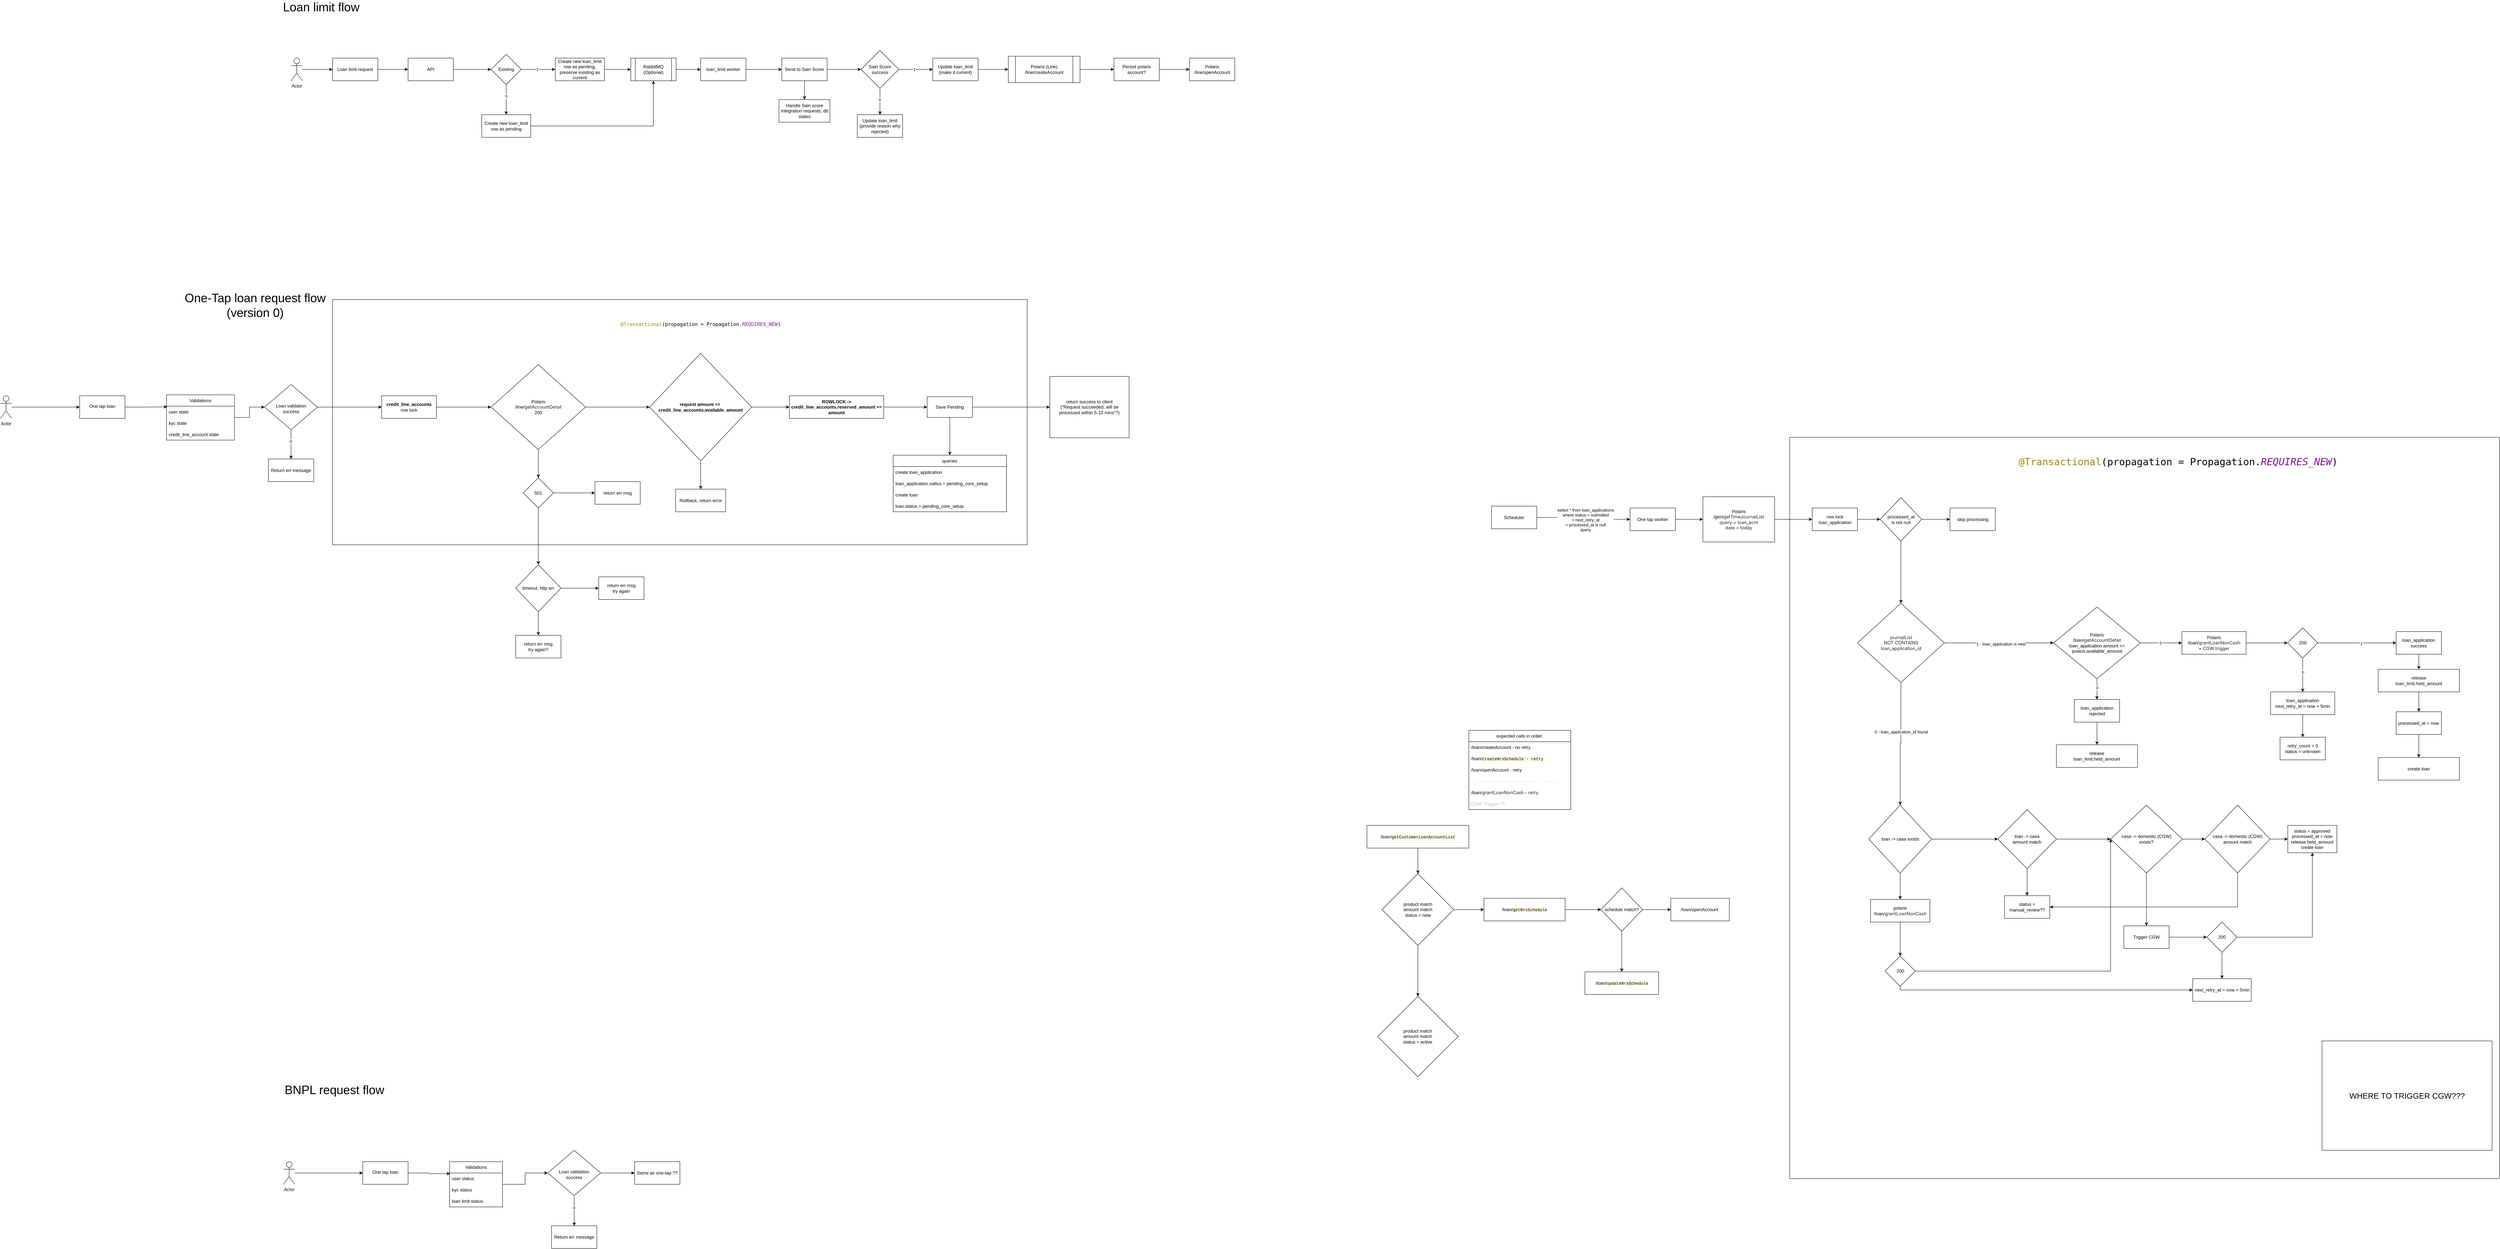
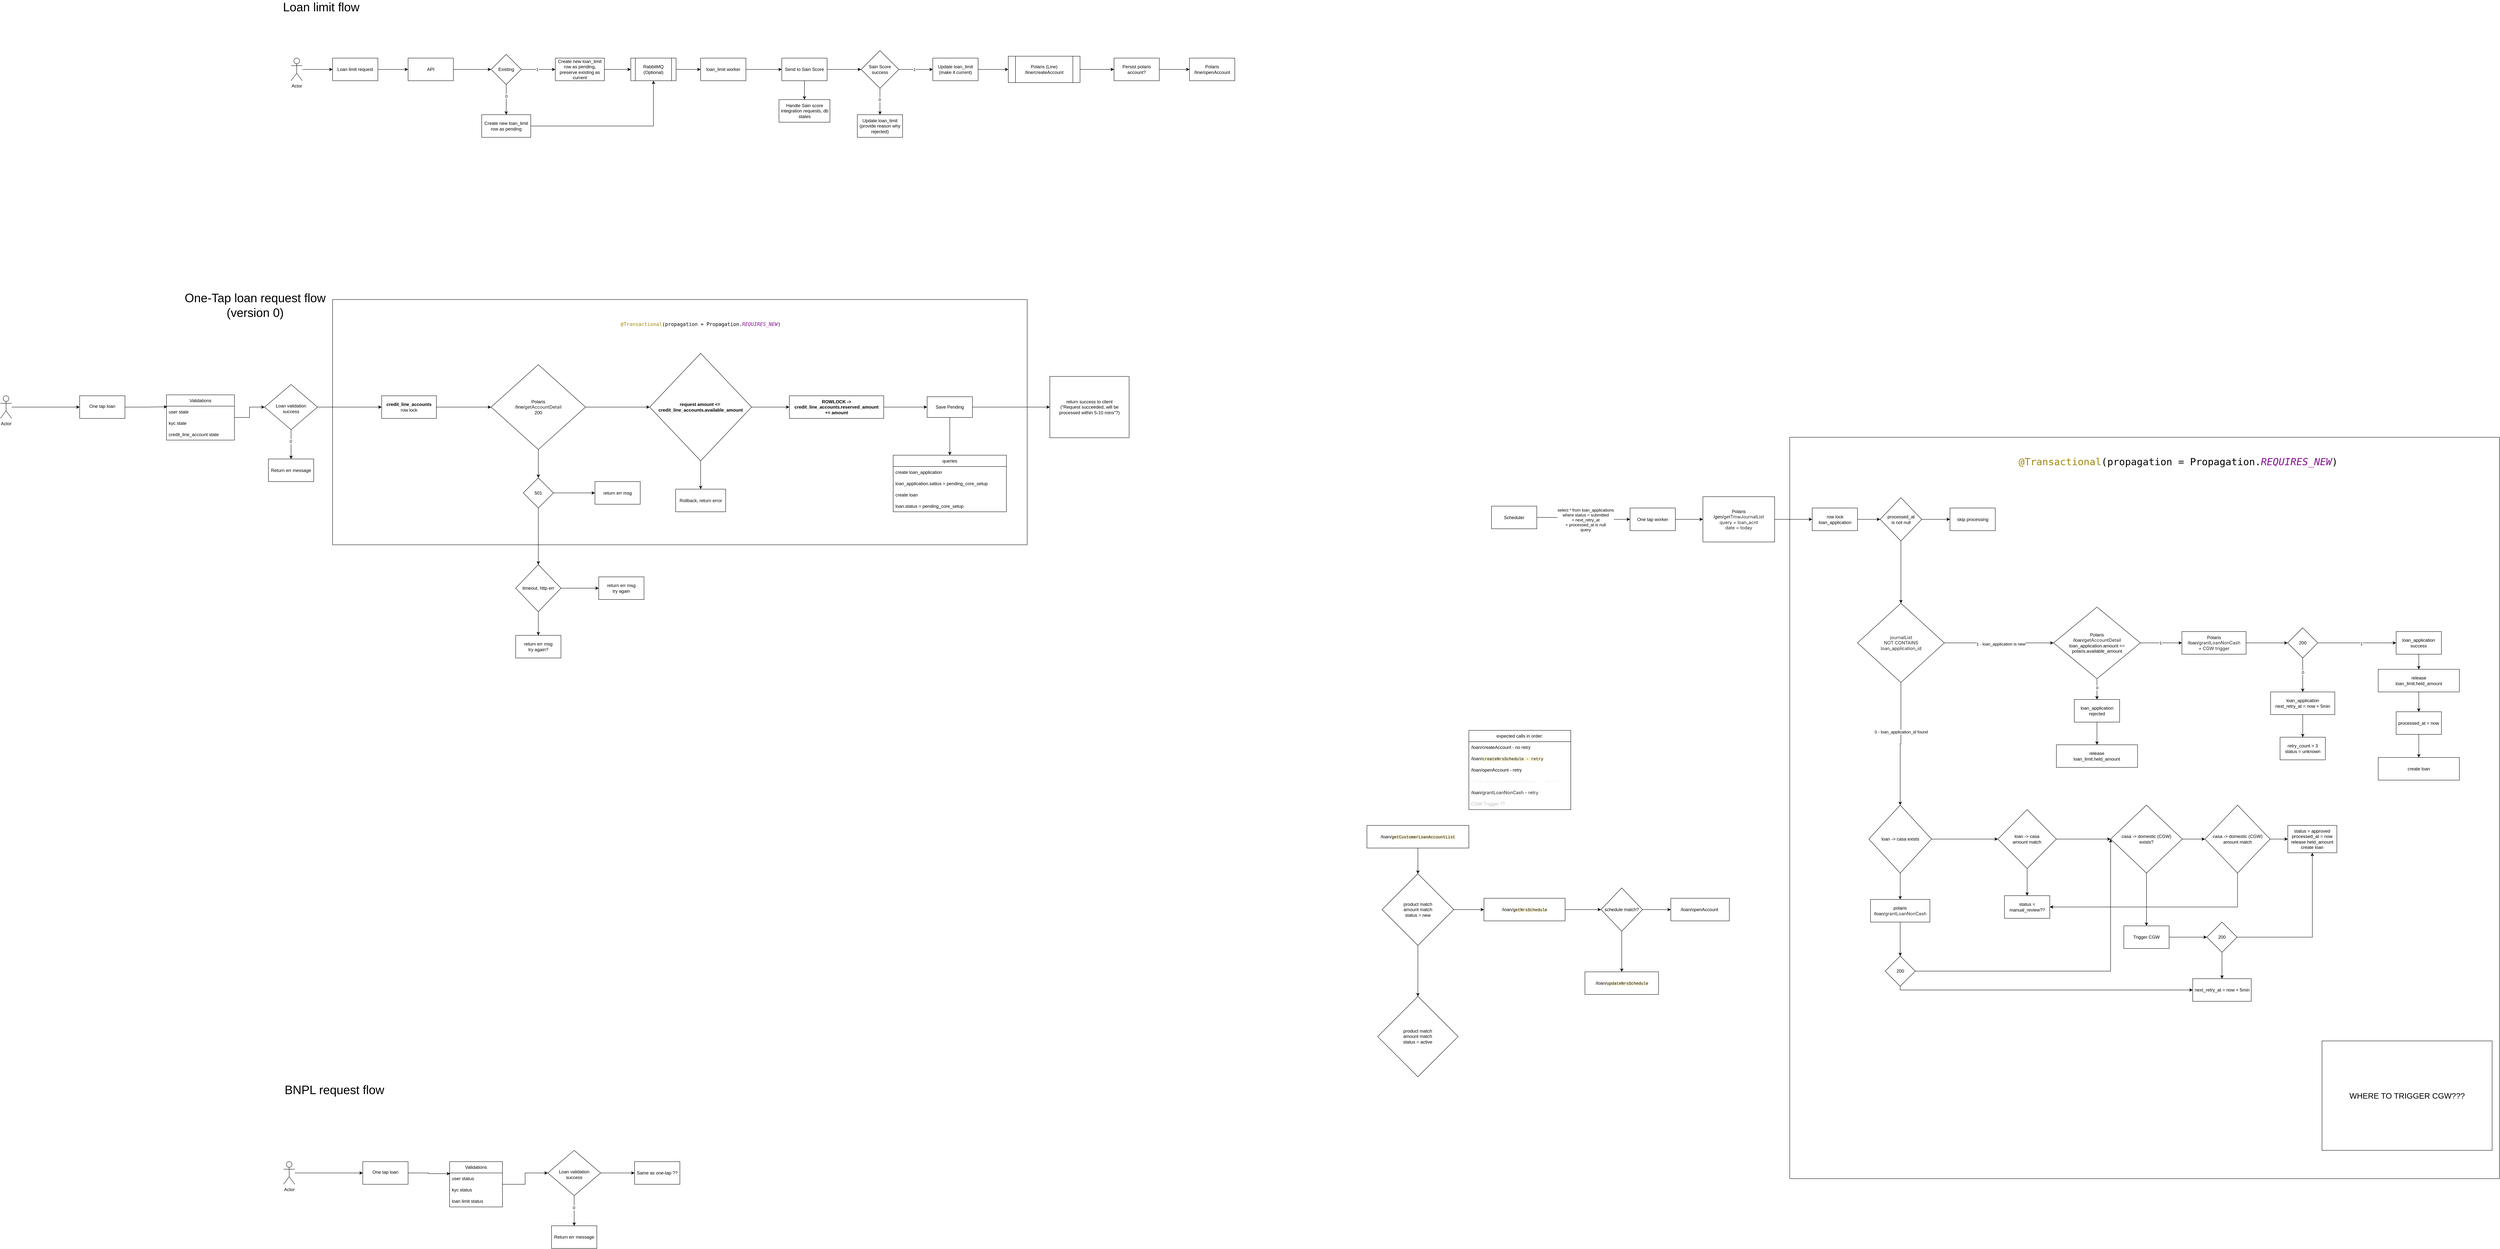
<mxfile host="app.diagrams.net">
  <diagram name="Page-1" id="VCBSuIh8bz7kurrQ0Zaz">
    <mxGraphModel dx="1966" dy="653" grid="1" gridSize="10" guides="1" tooltips="1" connect="1" arrows="1" fold="1" page="1" pageScale="1" pageWidth="850" pageHeight="1100" math="0" shadow="0">
      <root>
        <mxCell id="0" />
        <mxCell id="1" parent="0" />
        <mxCell id="In8fDh9ZLN2M87an2Miy-188" parent="1" style="rounded=0;whiteSpace=wrap;html=1;movable=0;resizable=0;rotatable=0;deletable=0;editable=0;locked=1;connectable=0;" value="" vertex="1">
          <mxGeometry height="1965" width="1880" x="4010" y="1215" as="geometry" />
        </mxCell>
        <mxCell id="In8fDh9ZLN2M87an2Miy-172" parent="1" style="rounded=0;whiteSpace=wrap;html=1;movable=0;resizable=0;rotatable=0;deletable=0;editable=0;locked=1;connectable=0;" value="" vertex="1">
          <mxGeometry height="650" width="1840" x="150" y="850" as="geometry" />
        </mxCell>
        <mxCell id="KqixbsF9o6dLofBvsG9t-5" edge="1" parent="1" source="KqixbsF9o6dLofBvsG9t-1" style="edgeStyle=orthogonalEdgeStyle;rounded=0;orthogonalLoop=1;jettySize=auto;html=1;" target="KqixbsF9o6dLofBvsG9t-4" value="">
          <mxGeometry relative="1" as="geometry" />
        </mxCell>
        <mxCell id="KqixbsF9o6dLofBvsG9t-1" parent="1" style="rounded=0;whiteSpace=wrap;html=1;" value="Loan limit request" vertex="1">
          <mxGeometry height="60" width="120" x="150" y="210" as="geometry" />
        </mxCell>
        <mxCell id="KqixbsF9o6dLofBvsG9t-3" edge="1" parent="1" source="KqixbsF9o6dLofBvsG9t-2" style="edgeStyle=orthogonalEdgeStyle;rounded=0;orthogonalLoop=1;jettySize=auto;html=1;" target="KqixbsF9o6dLofBvsG9t-1" value="">
          <mxGeometry relative="1" as="geometry" />
        </mxCell>
        <mxCell id="KqixbsF9o6dLofBvsG9t-2" parent="1" style="shape=umlActor;verticalLabelPosition=bottom;verticalAlign=top;html=1;outlineConnect=0;" value="Actor" vertex="1">
          <mxGeometry height="60" width="30" x="40" y="210" as="geometry" />
        </mxCell>
        <mxCell id="KqixbsF9o6dLofBvsG9t-9" edge="1" parent="1" source="KqixbsF9o6dLofBvsG9t-4" style="edgeStyle=orthogonalEdgeStyle;rounded=0;orthogonalLoop=1;jettySize=auto;html=1;" target="KqixbsF9o6dLofBvsG9t-8" value="">
          <mxGeometry relative="1" as="geometry" />
        </mxCell>
        <mxCell id="KqixbsF9o6dLofBvsG9t-4" parent="1" style="rounded=0;whiteSpace=wrap;html=1;" value="API" vertex="1">
          <mxGeometry height="60" width="120" x="350" y="210" as="geometry" />
        </mxCell>
        <mxCell id="KqixbsF9o6dLofBvsG9t-11" edge="1" parent="1" source="KqixbsF9o6dLofBvsG9t-8" style="edgeStyle=orthogonalEdgeStyle;rounded=0;orthogonalLoop=1;jettySize=auto;html=1;" target="KqixbsF9o6dLofBvsG9t-10" value="">
          <mxGeometry relative="1" as="geometry" />
        </mxCell>
        <mxCell id="KqixbsF9o6dLofBvsG9t-12" connectable="0" parent="KqixbsF9o6dLofBvsG9t-11" style="edgeLabel;html=1;align=center;verticalAlign=middle;resizable=0;points=[];" value="1" vertex="1">
          <mxGeometry relative="1" x="-0.079" as="geometry">
            <mxPoint as="offset" />
          </mxGeometry>
        </mxCell>
        <mxCell id="KqixbsF9o6dLofBvsG9t-14" edge="1" parent="1" source="KqixbsF9o6dLofBvsG9t-8" style="edgeStyle=orthogonalEdgeStyle;rounded=0;orthogonalLoop=1;jettySize=auto;html=1;" target="KqixbsF9o6dLofBvsG9t-13" value="">
          <mxGeometry relative="1" as="geometry" />
        </mxCell>
        <mxCell id="KqixbsF9o6dLofBvsG9t-15" connectable="0" parent="KqixbsF9o6dLofBvsG9t-14" style="edgeLabel;html=1;align=center;verticalAlign=middle;resizable=0;points=[];" value="0" vertex="1">
          <mxGeometry relative="1" x="-0.2407" as="geometry">
            <mxPoint as="offset" />
          </mxGeometry>
        </mxCell>
        <mxCell id="KqixbsF9o6dLofBvsG9t-8" parent="1" style="rhombus;whiteSpace=wrap;html=1;rounded=0;" value="Existing" vertex="1">
          <mxGeometry height="80" width="80" x="570" y="200" as="geometry" />
        </mxCell>
        <mxCell id="KqixbsF9o6dLofBvsG9t-23" edge="1" parent="1" source="KqixbsF9o6dLofBvsG9t-10" style="edgeStyle=orthogonalEdgeStyle;rounded=0;orthogonalLoop=1;jettySize=auto;html=1;" target="KqixbsF9o6dLofBvsG9t-22" value="">
          <mxGeometry relative="1" as="geometry" />
        </mxCell>
        <mxCell id="KqixbsF9o6dLofBvsG9t-10" parent="1" style="whiteSpace=wrap;html=1;rounded=0;" value="Create new loan_limit row as pending, preserve existing as current" vertex="1">
          <mxGeometry height="60" width="130" x="740" y="210" as="geometry" />
        </mxCell>
        <mxCell id="KqixbsF9o6dLofBvsG9t-26" edge="1" parent="1" source="KqixbsF9o6dLofBvsG9t-13" style="edgeStyle=orthogonalEdgeStyle;rounded=0;orthogonalLoop=1;jettySize=auto;html=1;entryX=0.5;entryY=1;entryDx=0;entryDy=0;" target="KqixbsF9o6dLofBvsG9t-22">
          <mxGeometry relative="1" as="geometry" />
        </mxCell>
        <mxCell id="KqixbsF9o6dLofBvsG9t-13" parent="1" style="whiteSpace=wrap;html=1;rounded=0;" value="Create new loan_limit row as pending" vertex="1">
          <mxGeometry height="60" width="130" x="545" y="360" as="geometry" />
        </mxCell>
        <mxCell id="KqixbsF9o6dLofBvsG9t-25" edge="1" parent="1" source="KqixbsF9o6dLofBvsG9t-22" style="edgeStyle=orthogonalEdgeStyle;rounded=0;orthogonalLoop=1;jettySize=auto;html=1;" target="KqixbsF9o6dLofBvsG9t-24" value="">
          <mxGeometry relative="1" as="geometry" />
        </mxCell>
        <mxCell id="KqixbsF9o6dLofBvsG9t-22" parent="1" style="shape=process;whiteSpace=wrap;html=1;backgroundOutline=1;rounded=0;" value="RabbitMQ (Optional)" vertex="1">
          <mxGeometry height="60" width="120" x="940" y="210" as="geometry" />
        </mxCell>
        <mxCell id="KqixbsF9o6dLofBvsG9t-28" edge="1" parent="1" source="KqixbsF9o6dLofBvsG9t-24" style="edgeStyle=orthogonalEdgeStyle;rounded=0;orthogonalLoop=1;jettySize=auto;html=1;" target="KqixbsF9o6dLofBvsG9t-27" value="">
          <mxGeometry relative="1" as="geometry" />
        </mxCell>
        <mxCell id="KqixbsF9o6dLofBvsG9t-24" parent="1" style="whiteSpace=wrap;html=1;rounded=0;" value="loan_limit worker" vertex="1">
          <mxGeometry height="60" width="120" x="1125" y="210" as="geometry" />
        </mxCell>
        <mxCell id="KqixbsF9o6dLofBvsG9t-30" edge="1" parent="1" source="KqixbsF9o6dLofBvsG9t-27" style="edgeStyle=orthogonalEdgeStyle;rounded=0;orthogonalLoop=1;jettySize=auto;html=1;" target="KqixbsF9o6dLofBvsG9t-29" value="">
          <mxGeometry relative="1" as="geometry" />
        </mxCell>
        <mxCell id="KqixbsF9o6dLofBvsG9t-38" edge="1" parent="1" source="KqixbsF9o6dLofBvsG9t-27" style="edgeStyle=orthogonalEdgeStyle;rounded=0;orthogonalLoop=1;jettySize=auto;html=1;" target="KqixbsF9o6dLofBvsG9t-37" value="">
          <mxGeometry relative="1" as="geometry" />
        </mxCell>
        <mxCell id="KqixbsF9o6dLofBvsG9t-27" parent="1" style="whiteSpace=wrap;html=1;rounded=0;" value="Send to Sain Score" vertex="1">
          <mxGeometry height="60" width="120" x="1340" y="210" as="geometry" />
        </mxCell>
        <mxCell id="KqixbsF9o6dLofBvsG9t-32" edge="1" parent="1" source="KqixbsF9o6dLofBvsG9t-29" style="edgeStyle=orthogonalEdgeStyle;rounded=0;orthogonalLoop=1;jettySize=auto;html=1;" target="KqixbsF9o6dLofBvsG9t-31" value="">
          <mxGeometry relative="1" as="geometry" />
        </mxCell>
        <mxCell id="KqixbsF9o6dLofBvsG9t-33" connectable="0" parent="KqixbsF9o6dLofBvsG9t-32" style="edgeLabel;html=1;align=center;verticalAlign=middle;resizable=0;points=[];" value="1" vertex="1">
          <mxGeometry relative="1" x="-0.1048" as="geometry">
            <mxPoint as="offset" />
          </mxGeometry>
        </mxCell>
        <mxCell id="KqixbsF9o6dLofBvsG9t-35" edge="1" parent="1" source="KqixbsF9o6dLofBvsG9t-29" style="edgeStyle=orthogonalEdgeStyle;rounded=0;orthogonalLoop=1;jettySize=auto;html=1;" target="KqixbsF9o6dLofBvsG9t-34" value="">
          <mxGeometry relative="1" as="geometry" />
        </mxCell>
        <mxCell id="KqixbsF9o6dLofBvsG9t-36" connectable="0" parent="KqixbsF9o6dLofBvsG9t-35" style="edgeLabel;html=1;align=center;verticalAlign=middle;resizable=0;points=[];" value="0" vertex="1">
          <mxGeometry relative="1" x="-0.1429" y="-1" as="geometry">
            <mxPoint as="offset" />
          </mxGeometry>
        </mxCell>
        <mxCell id="KqixbsF9o6dLofBvsG9t-29" parent="1" style="rhombus;whiteSpace=wrap;html=1;rounded=0;" value="Sain Score success" vertex="1">
          <mxGeometry height="100" width="100" x="1550" y="190" as="geometry" />
        </mxCell>
        <mxCell id="KqixbsF9o6dLofBvsG9t-66" edge="1" parent="1" source="KqixbsF9o6dLofBvsG9t-31" style="edgeStyle=orthogonalEdgeStyle;rounded=0;orthogonalLoop=1;jettySize=auto;html=1;" target="KqixbsF9o6dLofBvsG9t-65" value="">
          <mxGeometry relative="1" as="geometry" />
        </mxCell>
        <mxCell id="KqixbsF9o6dLofBvsG9t-31" parent="1" style="whiteSpace=wrap;html=1;rounded=0;" value="Update loan_limit (make it current)" vertex="1">
          <mxGeometry height="60" width="120" x="1740" y="210" as="geometry" />
        </mxCell>
        <mxCell id="KqixbsF9o6dLofBvsG9t-34" parent="1" style="whiteSpace=wrap;html=1;rounded=0;" value="Update loan_limit&lt;br&gt;(provide reason why rejected)" vertex="1">
          <mxGeometry height="60" width="120" x="1540" y="360" as="geometry" />
        </mxCell>
        <mxCell id="KqixbsF9o6dLofBvsG9t-37" parent="1" style="whiteSpace=wrap;html=1;rounded=0;" value="Handle Sain score integration requests, db states" vertex="1">
          <mxGeometry height="60" width="135" x="1332.5" y="320" as="geometry" />
        </mxCell>
        <mxCell id="KqixbsF9o6dLofBvsG9t-40" parent="1" style="text;html=1;whiteSpace=wrap;strokeColor=none;fillColor=none;align=center;verticalAlign=middle;rounded=0;fontSize=32;" value="Loan limit flow" vertex="1">
          <mxGeometry height="30" width="260" x="-10" y="60" as="geometry" />
        </mxCell>
        <mxCell id="KqixbsF9o6dLofBvsG9t-74" edge="1" parent="1" source="KqixbsF9o6dLofBvsG9t-65" style="edgeStyle=orthogonalEdgeStyle;rounded=0;orthogonalLoop=1;jettySize=auto;html=1;" target="KqixbsF9o6dLofBvsG9t-73" value="">
          <mxGeometry relative="1" as="geometry" />
        </mxCell>
        <mxCell id="KqixbsF9o6dLofBvsG9t-65" parent="1" style="shape=process;whiteSpace=wrap;html=1;backgroundOutline=1;rounded=0;" value="Polaris (Line)&lt;br&gt;/line/createAccount" vertex="1">
          <mxGeometry height="70" width="190" x="1940" y="205" as="geometry" />
        </mxCell>
        <mxCell id="P7TJZT1PVnBYbLh7lMs1-4" edge="1" parent="1" source="KqixbsF9o6dLofBvsG9t-73" style="edgeStyle=orthogonalEdgeStyle;rounded=0;orthogonalLoop=1;jettySize=auto;html=1;" target="P7TJZT1PVnBYbLh7lMs1-3" value="">
          <mxGeometry relative="1" as="geometry" />
        </mxCell>
        <mxCell id="KqixbsF9o6dLofBvsG9t-73" parent="1" style="whiteSpace=wrap;html=1;rounded=0;" value="Persist polaris account?" vertex="1">
          <mxGeometry height="60" width="120" x="2220" y="210" as="geometry" />
        </mxCell>
        <mxCell id="U8Ajh8Gpa-m2DNKNFQys-1" parent="1" style="text;html=1;whiteSpace=wrap;strokeColor=none;fillColor=none;align=center;verticalAlign=middle;rounded=0;fontSize=32;" value="One-Tap loan request flow (version 0)" vertex="1">
          <mxGeometry height="30" width="470" x="-290" y="850" as="geometry" />
        </mxCell>
        <mxCell id="In8fDh9ZLN2M87an2Miy-1" edge="1" parent="1" source="In8fDh9ZLN2M87an2Miy-2" style="edgeStyle=orthogonalEdgeStyle;rounded=0;orthogonalLoop=1;jettySize=auto;html=1;" target="In8fDh9ZLN2M87an2Miy-4" value="">
          <mxGeometry relative="1" as="geometry" />
        </mxCell>
        <mxCell id="In8fDh9ZLN2M87an2Miy-2" parent="1" style="shape=umlActor;verticalLabelPosition=bottom;verticalAlign=top;html=1;outlineConnect=0;" value="Actor" vertex="1">
          <mxGeometry height="60" width="30" x="-730" y="1105" as="geometry" />
        </mxCell>
        <mxCell id="In8fDh9ZLN2M87an2Miy-3" edge="1" parent="1" source="In8fDh9ZLN2M87an2Miy-4" style="edgeStyle=orthogonalEdgeStyle;rounded=0;orthogonalLoop=1;jettySize=auto;html=1;entryX=0.011;entryY=0.06;entryDx=0;entryDy=0;entryPerimeter=0;" target="In8fDh9ZLN2M87an2Miy-28" value="">
          <mxGeometry relative="1" as="geometry">
            <mxPoint x="-310" y="1132.5" as="targetPoint" />
          </mxGeometry>
        </mxCell>
        <mxCell id="In8fDh9ZLN2M87an2Miy-4" parent="1" style="whiteSpace=wrap;html=1;verticalAlign=top;" value="&lt;div&gt;&lt;br&gt;&lt;/div&gt;&lt;div&gt;One tap loan&lt;/div&gt;" vertex="1">
          <mxGeometry height="60" width="120" x="-520" y="1105" as="geometry" />
        </mxCell>
        <mxCell id="In8fDh9ZLN2M87an2Miy-7" edge="1" parent="1" source="In8fDh9ZLN2M87an2Miy-9" style="edgeStyle=orthogonalEdgeStyle;rounded=0;orthogonalLoop=1;jettySize=auto;html=1;" target="In8fDh9ZLN2M87an2Miy-13" value="">
          <mxGeometry relative="1" as="geometry" />
        </mxCell>
        <mxCell id="In8fDh9ZLN2M87an2Miy-8" connectable="0" parent="In8fDh9ZLN2M87an2Miy-7" style="edgeLabel;html=1;align=center;verticalAlign=middle;resizable=0;points=[];" value="0" vertex="1">
          <mxGeometry relative="1" x="-0.2091" y="-1" as="geometry">
            <mxPoint as="offset" />
          </mxGeometry>
        </mxCell>
        <mxCell id="P7TJZT1PVnBYbLh7lMs1-36" edge="1" parent="1" source="In8fDh9ZLN2M87an2Miy-9" style="edgeStyle=orthogonalEdgeStyle;rounded=0;orthogonalLoop=1;jettySize=auto;html=1;entryX=0;entryY=0.5;entryDx=0;entryDy=0;" target="In8fDh9ZLN2M87an2Miy-161">
          <mxGeometry relative="1" as="geometry" />
        </mxCell>
        <mxCell id="In8fDh9ZLN2M87an2Miy-9" parent="1" style="rhombus;whiteSpace=wrap;html=1;verticalAlign=top;" value="&lt;br&gt;&lt;br&gt;&lt;div&gt;&lt;br&gt;&lt;/div&gt;&lt;div&gt;Loan validation&lt;br&gt;success&lt;/div&gt;" vertex="1">
          <mxGeometry height="120" width="140" x="-30" y="1075" as="geometry" />
        </mxCell>
        <mxCell id="In8fDh9ZLN2M87an2Miy-10" edge="1" parent="1" source="In8fDh9ZLN2M87an2Miy-12" style="edgeStyle=orthogonalEdgeStyle;rounded=0;orthogonalLoop=1;jettySize=auto;html=1;entryX=0.5;entryY=0;entryDx=0;entryDy=0;" target="In8fDh9ZLN2M87an2Miy-14">
          <mxGeometry relative="1" as="geometry" />
        </mxCell>
        <mxCell id="In8fDh9ZLN2M87an2Miy-54" edge="1" parent="1" source="In8fDh9ZLN2M87an2Miy-105" style="edgeStyle=orthogonalEdgeStyle;rounded=0;orthogonalLoop=1;jettySize=auto;html=1;exitX=1;exitY=0.5;exitDx=0;exitDy=0;" target="In8fDh9ZLN2M87an2Miy-53" value="">
          <mxGeometry relative="1" as="geometry">
            <mxPoint x="3329.5" y="1432.5" as="sourcePoint" />
          </mxGeometry>
        </mxCell>
        <mxCell id="In8fDh9ZLN2M87an2Miy-55" connectable="0" parent="In8fDh9ZLN2M87an2Miy-54" style="edgeLabel;html=1;align=center;verticalAlign=middle;resizable=0;points=[];" value="select * from loan_applications&lt;br&gt;where status = submitted&lt;br&gt;+ next_retry_at&lt;br&gt;+ processed_at is null&lt;br&gt;query" vertex="1">
          <mxGeometry relative="1" x="0.0637" y="-1" as="geometry">
            <mxPoint as="offset" />
          </mxGeometry>
        </mxCell>
        <mxCell id="In8fDh9ZLN2M87an2Miy-246" edge="1" parent="1" source="In8fDh9ZLN2M87an2Miy-12" style="edgeStyle=orthogonalEdgeStyle;rounded=0;orthogonalLoop=1;jettySize=auto;html=1;entryX=0;entryY=0.5;entryDx=0;entryDy=0;" target="In8fDh9ZLN2M87an2Miy-185">
          <mxGeometry relative="1" as="geometry">
            <mxPoint x="2120" y="1137" as="targetPoint" />
          </mxGeometry>
        </mxCell>
        <mxCell id="In8fDh9ZLN2M87an2Miy-12" parent="1" style="whiteSpace=wrap;html=1;verticalAlign=middle;" value="Save Pending" vertex="1">
          <mxGeometry height="55" width="120" x="1725" y="1107.5" as="geometry" />
        </mxCell>
        <mxCell id="In8fDh9ZLN2M87an2Miy-13" parent="1" style="whiteSpace=wrap;html=1;verticalAlign=middle;" value="Return err message" vertex="1">
          <mxGeometry height="60" width="120" x="-20" y="1272.5" as="geometry" />
        </mxCell>
        <mxCell id="In8fDh9ZLN2M87an2Miy-14" parent="1" style="swimlane;fontStyle=0;childLayout=stackLayout;horizontal=1;startSize=30;horizontalStack=0;resizeParent=1;resizeParentMax=0;resizeLast=0;collapsible=1;marginBottom=0;whiteSpace=wrap;html=1;" value="queries" vertex="1">
          <mxGeometry height="150" width="300" x="1635" y="1262.5" as="geometry" />
        </mxCell>
        <mxCell id="In8fDh9ZLN2M87an2Miy-15" parent="In8fDh9ZLN2M87an2Miy-14" style="text;strokeColor=none;fillColor=none;align=left;verticalAlign=middle;spacingLeft=4;spacingRight=4;overflow=hidden;points=[[0,0.5],[1,0.5]];portConstraint=eastwest;rotatable=0;whiteSpace=wrap;html=1;" value="create loan_application" vertex="1">
          <mxGeometry height="30" width="300" y="30" as="geometry" />
        </mxCell>
        <mxCell id="In8fDh9ZLN2M87an2Miy-104" parent="In8fDh9ZLN2M87an2Miy-14" style="text;strokeColor=none;fillColor=none;align=left;verticalAlign=middle;spacingLeft=4;spacingRight=4;overflow=hidden;points=[[0,0.5],[1,0.5]];portConstraint=eastwest;rotatable=0;whiteSpace=wrap;html=1;" value="loan_application.sattus = pending_core_setup" vertex="1">
          <mxGeometry height="30" width="300" y="60" as="geometry" />
        </mxCell>
        <mxCell id="In8fDh9ZLN2M87an2Miy-17" parent="In8fDh9ZLN2M87an2Miy-14" style="text;strokeColor=none;fillColor=none;align=left;verticalAlign=middle;spacingLeft=4;spacingRight=4;overflow=hidden;points=[[0,0.5],[1,0.5]];portConstraint=eastwest;rotatable=0;whiteSpace=wrap;html=1;" value="create loan" vertex="1">
          <mxGeometry height="30" width="300" y="90" as="geometry" />
        </mxCell>
        <mxCell id="P7TJZT1PVnBYbLh7lMs1-40" parent="In8fDh9ZLN2M87an2Miy-14" style="text;strokeColor=none;fillColor=none;align=left;verticalAlign=middle;spacingLeft=4;spacingRight=4;overflow=hidden;points=[[0,0.5],[1,0.5]];portConstraint=eastwest;rotatable=0;whiteSpace=wrap;html=1;" value="loan.status = pending_core_setup" vertex="1">
          <mxGeometry height="30" width="300" y="120" as="geometry" />
        </mxCell>
        <mxCell id="In8fDh9ZLN2M87an2Miy-32" edge="1" parent="1" source="In8fDh9ZLN2M87an2Miy-27" style="edgeStyle=orthogonalEdgeStyle;rounded=0;orthogonalLoop=1;jettySize=auto;html=1;entryX=0;entryY=0.5;entryDx=0;entryDy=0;" target="In8fDh9ZLN2M87an2Miy-9">
          <mxGeometry relative="1" as="geometry" />
        </mxCell>
        <mxCell id="In8fDh9ZLN2M87an2Miy-27" parent="1" style="swimlane;fontStyle=0;childLayout=stackLayout;horizontal=1;startSize=30;horizontalStack=0;resizeParent=1;resizeParentMax=0;resizeLast=0;collapsible=1;marginBottom=0;whiteSpace=wrap;html=1;" value="Validations" vertex="1">
          <mxGeometry height="120" width="180" x="-290" y="1102.5" as="geometry" />
        </mxCell>
        <mxCell id="In8fDh9ZLN2M87an2Miy-28" parent="In8fDh9ZLN2M87an2Miy-27" style="text;strokeColor=none;fillColor=none;align=left;verticalAlign=middle;spacingLeft=4;spacingRight=4;overflow=hidden;points=[[0,0.5],[1,0.5]];portConstraint=eastwest;rotatable=0;whiteSpace=wrap;html=1;" value="user state" vertex="1">
          <mxGeometry height="30" width="180" y="30" as="geometry" />
        </mxCell>
        <mxCell id="In8fDh9ZLN2M87an2Miy-29" parent="In8fDh9ZLN2M87an2Miy-27" style="text;strokeColor=none;fillColor=none;align=left;verticalAlign=middle;spacingLeft=4;spacingRight=4;overflow=hidden;points=[[0,0.5],[1,0.5]];portConstraint=eastwest;rotatable=0;whiteSpace=wrap;html=1;" value="kyc state" vertex="1">
          <mxGeometry height="30" width="180" y="60" as="geometry" />
        </mxCell>
        <mxCell id="In8fDh9ZLN2M87an2Miy-33" parent="In8fDh9ZLN2M87an2Miy-27" style="text;strokeColor=none;fillColor=none;align=left;verticalAlign=middle;spacingLeft=4;spacingRight=4;overflow=hidden;points=[[0,0.5],[1,0.5]];portConstraint=eastwest;rotatable=0;whiteSpace=wrap;html=1;" value="credit_line_account state" vertex="1">
          <mxGeometry height="30" width="180" y="90" as="geometry" />
        </mxCell>
        <mxCell id="In8fDh9ZLN2M87an2Miy-116" edge="1" parent="1" source="In8fDh9ZLN2M87an2Miy-53" style="edgeStyle=orthogonalEdgeStyle;rounded=0;orthogonalLoop=1;jettySize=auto;html=1;entryX=0;entryY=0.5;entryDx=0;entryDy=0;" target="In8fDh9ZLN2M87an2Miy-68">
          <mxGeometry relative="1" as="geometry" />
        </mxCell>
        <mxCell id="In8fDh9ZLN2M87an2Miy-53" parent="1" style="whiteSpace=wrap;html=1;" value="One tap worker" vertex="1">
          <mxGeometry height="60" width="120" x="3587" y="1402.5" as="geometry" />
        </mxCell>
        <mxCell id="In8fDh9ZLN2M87an2Miy-67" edge="1" parent="1" source="In8fDh9ZLN2M87an2Miy-58" style="edgeStyle=orthogonalEdgeStyle;rounded=0;orthogonalLoop=1;jettySize=auto;html=1;entryX=0;entryY=0.5;entryDx=0;entryDy=0;" target="In8fDh9ZLN2M87an2Miy-66" value="">
          <mxGeometry relative="1" as="geometry">
            <mxPoint x="5343.87" y="1760" as="targetPoint" />
          </mxGeometry>
        </mxCell>
        <mxCell id="In8fDh9ZLN2M87an2Miy-58" parent="1" style="whiteSpace=wrap;html=1;" value="Polaris /loan/&lt;span style=&quot;color: rgb(33, 33, 33); font-family: Inter, system-ui, -apple-system, &amp;quot;system-ui&amp;quot;, &amp;quot;Segoe UI&amp;quot;, Roboto, Oxygen, Ubuntu, Cantarell, &amp;quot;Fira Sans&amp;quot;, &amp;quot;Droid Sans&amp;quot;, Helvetica, Arial, sans-serif; text-align: left; white-space: pre-wrap; background-color: rgb(255, 255, 255);&quot;&gt;grantLoanNonCash&lt;br/&gt;+ CGW trigger&lt;/span&gt;" vertex="1">
          <mxGeometry height="60" width="170" x="5048.87" y="1730" as="geometry" />
        </mxCell>
        <mxCell id="In8fDh9ZLN2M87an2Miy-62" edge="1" parent="1" source="In8fDh9ZLN2M87an2Miy-59" style="edgeStyle=orthogonalEdgeStyle;rounded=0;orthogonalLoop=1;jettySize=auto;html=1;" target="In8fDh9ZLN2M87an2Miy-61" value="">
          <mxGeometry relative="1" as="geometry" />
        </mxCell>
        <mxCell id="In8fDh9ZLN2M87an2Miy-91" connectable="0" parent="In8fDh9ZLN2M87an2Miy-62" style="edgeLabel;html=1;align=center;verticalAlign=middle;resizable=0;points=[];" value="0" vertex="1">
          <mxGeometry relative="1" x="-0.1431" as="geometry">
            <mxPoint as="offset" />
          </mxGeometry>
        </mxCell>
        <mxCell id="In8fDh9ZLN2M87an2Miy-65" edge="1" parent="1" source="In8fDh9ZLN2M87an2Miy-59" style="edgeStyle=orthogonalEdgeStyle;rounded=0;orthogonalLoop=1;jettySize=auto;html=1;" target="In8fDh9ZLN2M87an2Miy-58">
          <mxGeometry relative="1" as="geometry" />
        </mxCell>
        <mxCell id="In8fDh9ZLN2M87an2Miy-90" connectable="0" parent="In8fDh9ZLN2M87an2Miy-65" style="edgeLabel;html=1;align=center;verticalAlign=middle;resizable=0;points=[];" value="1" vertex="1">
          <mxGeometry relative="1" x="-0.0451" as="geometry">
            <mxPoint as="offset" />
          </mxGeometry>
        </mxCell>
        <mxCell id="In8fDh9ZLN2M87an2Miy-59" parent="1" style="rhombus;whiteSpace=wrap;html=1;" value="Polaris&lt;br&gt;/loan/&lt;span style=&quot;color: rgb(33, 33, 33); font-family: Inter, system-ui, -apple-system, &amp;quot;system-ui&amp;quot;, &amp;quot;Segoe UI&amp;quot;, Roboto, Oxygen, Ubuntu, Cantarell, &amp;quot;Fira Sans&amp;quot;, &amp;quot;Droid Sans&amp;quot;, Helvetica, Arial, sans-serif; text-align: left; white-space: pre-wrap; background-color: rgb(255, 255, 255);&quot;&gt;getAccountDetail&lt;/span&gt;&lt;br&gt;loan_application.amount &amp;lt;= polaris.available_amount" vertex="1">
          <mxGeometry height="190" width="230" x="4708.87" y="1665" as="geometry" />
        </mxCell>
        <mxCell id="In8fDh9ZLN2M87an2Miy-64" edge="1" parent="1" source="In8fDh9ZLN2M87an2Miy-61" style="edgeStyle=orthogonalEdgeStyle;rounded=0;orthogonalLoop=1;jettySize=auto;html=1;" target="In8fDh9ZLN2M87an2Miy-63" value="">
          <mxGeometry relative="1" as="geometry" />
        </mxCell>
        <mxCell id="In8fDh9ZLN2M87an2Miy-61" parent="1" style="whiteSpace=wrap;html=1;" value="loan_application&lt;br&gt;rejected" vertex="1">
          <mxGeometry height="60" width="120" x="4763.87" y="1910" as="geometry" />
        </mxCell>
        <mxCell id="In8fDh9ZLN2M87an2Miy-63" parent="1" style="whiteSpace=wrap;html=1;" value="release &lt;br&gt;loan_limit.held_amount" vertex="1">
          <mxGeometry height="60" width="215" x="4716.37" y="2030" as="geometry" />
        </mxCell>
        <mxCell id="In8fDh9ZLN2M87an2Miy-81" edge="1" parent="1" source="In8fDh9ZLN2M87an2Miy-66" style="edgeStyle=orthogonalEdgeStyle;rounded=0;orthogonalLoop=1;jettySize=auto;html=1;entryX=0;entryY=0.5;entryDx=0;entryDy=0;" target="In8fDh9ZLN2M87an2Miy-79">
          <mxGeometry relative="1" as="geometry" />
        </mxCell>
        <mxCell id="In8fDh9ZLN2M87an2Miy-92" connectable="0" parent="In8fDh9ZLN2M87an2Miy-81" style="edgeLabel;html=1;align=center;verticalAlign=middle;resizable=0;points=[];" value="1" vertex="1">
          <mxGeometry relative="1" x="0.1055" y="-2" as="geometry">
            <mxPoint as="offset" />
          </mxGeometry>
        </mxCell>
        <mxCell id="In8fDh9ZLN2M87an2Miy-83" edge="1" parent="1" source="In8fDh9ZLN2M87an2Miy-66" style="edgeStyle=orthogonalEdgeStyle;rounded=0;orthogonalLoop=1;jettySize=auto;html=1;" target="In8fDh9ZLN2M87an2Miy-82" value="">
          <mxGeometry relative="1" as="geometry" />
        </mxCell>
        <mxCell id="In8fDh9ZLN2M87an2Miy-93" connectable="0" parent="In8fDh9ZLN2M87an2Miy-83" style="edgeLabel;html=1;align=center;verticalAlign=middle;resizable=0;points=[];" value="0" vertex="1">
          <mxGeometry relative="1" x="-0.1623" as="geometry">
            <mxPoint as="offset" />
          </mxGeometry>
        </mxCell>
        <mxCell id="In8fDh9ZLN2M87an2Miy-66" parent="1" style="rhombus;whiteSpace=wrap;html=1;" value="200" vertex="1">
          <mxGeometry height="80" width="80" x="5328.87" y="1720" as="geometry" />
        </mxCell>
        <mxCell id="In8fDh9ZLN2M87an2Miy-119" edge="1" parent="1" source="In8fDh9ZLN2M87an2Miy-68" style="edgeStyle=orthogonalEdgeStyle;rounded=0;orthogonalLoop=1;jettySize=auto;html=1;" target="In8fDh9ZLN2M87an2Miy-118" value="">
          <mxGeometry relative="1" as="geometry" />
        </mxCell>
        <mxCell id="In8fDh9ZLN2M87an2Miy-68" parent="1" style="whiteSpace=wrap;html=1;" value="Polaris&lt;br&gt;/gen/&lt;span style=&quot;white-space: pre-wrap; color: rgb(33, 33, 33); font-family: Inter, system-ui, -apple-system, &amp;quot;system-ui&amp;quot;, &amp;quot;Segoe UI&amp;quot;, Roboto, Oxygen, Ubuntu, Cantarell, &amp;quot;Fira Sans&amp;quot;, &amp;quot;Droid Sans&amp;quot;, Helvetica, Arial, sans-serif; text-align: left; background-color: rgb(255, 255, 255);&quot;&gt;getTmwJournalList&lt;br&gt;query = loan_acnt&lt;br/&gt;date = today&lt;/span&gt;" vertex="1">
          <mxGeometry height="120" width="190" x="3780" y="1372.5" as="geometry" />
        </mxCell>
        <mxCell id="In8fDh9ZLN2M87an2Miy-71" edge="1" parent="1" source="In8fDh9ZLN2M87an2Miy-69" style="edgeStyle=orthogonalEdgeStyle;rounded=0;orthogonalLoop=1;jettySize=auto;html=1;entryX=0;entryY=0.5;entryDx=0;entryDy=0;" target="In8fDh9ZLN2M87an2Miy-59">
          <mxGeometry relative="1" as="geometry" />
        </mxCell>
        <mxCell id="In8fDh9ZLN2M87an2Miy-77" connectable="0" parent="In8fDh9ZLN2M87an2Miy-71" style="edgeLabel;html=1;align=center;verticalAlign=middle;resizable=0;points=[];" value="1 - loan_application is new" vertex="1">
          <mxGeometry relative="1" x="0.0312" y="-3" as="geometry">
            <mxPoint as="offset" />
          </mxGeometry>
        </mxCell>
        <mxCell id="In8fDh9ZLN2M87an2Miy-73" edge="1" parent="1" source="In8fDh9ZLN2M87an2Miy-69" style="edgeStyle=orthogonalEdgeStyle;rounded=0;orthogonalLoop=1;jettySize=auto;html=1;entryX=0.5;entryY=0;entryDx=0;entryDy=0;" target="In8fDh9ZLN2M87an2Miy-111" value="">
          <mxGeometry relative="1" as="geometry">
            <mxPoint x="4303.87" y="1960" as="targetPoint" />
          </mxGeometry>
        </mxCell>
        <mxCell id="In8fDh9ZLN2M87an2Miy-74" connectable="0" parent="In8fDh9ZLN2M87an2Miy-73" style="edgeLabel;html=1;align=center;verticalAlign=middle;resizable=0;points=[];" value="0 - loan_application_id found" vertex="1">
          <mxGeometry relative="1" x="-0.1975" as="geometry">
            <mxPoint as="offset" />
          </mxGeometry>
        </mxCell>
        <mxCell id="In8fDh9ZLN2M87an2Miy-69" parent="1" style="rhombus;whiteSpace=wrap;html=1;verticalAlign=middle;" value="&lt;div style=&quot;text-align: center;&quot;&gt;&lt;span style=&quot;background-color: light-dark(rgb(255, 255, 255), rgb(18, 18, 18)); color: light-dark(rgb(33, 33, 33), rgb(209, 209, 209)); font-family: Inter, system-ui, -apple-system, &amp;quot;system-ui&amp;quot;, &amp;quot;Segoe UI&amp;quot;, Roboto, Oxygen, Ubuntu, Cantarell, &amp;quot;Fira Sans&amp;quot;, &amp;quot;Droid Sans&amp;quot;, Helvetica, Arial, sans-serif; text-align: left; white-space: pre-wrap;&quot;&gt;journalList&lt;br&gt;NOT CONTAINS&lt;/span&gt;&lt;/div&gt;&lt;span style=&quot;white-space: pre-wrap; color: rgb(33, 33, 33); font-family: Inter, system-ui, -apple-system, &amp;quot;system-ui&amp;quot;, &amp;quot;Segoe UI&amp;quot;, Roboto, Oxygen, Ubuntu, Cantarell, &amp;quot;Fira Sans&amp;quot;, &amp;quot;Droid Sans&amp;quot;, Helvetica, Arial, sans-serif; text-align: left; background-color: rgb(255, 255, 255);&quot;&gt;loan_application_id&lt;/span&gt;" vertex="1">
          <mxGeometry height="210" width="230" x="4189.5" y="1655" as="geometry" />
        </mxCell>
        <mxCell id="In8fDh9ZLN2M87an2Miy-78" edge="1" parent="1" source="In8fDh9ZLN2M87an2Miy-79" style="edgeStyle=orthogonalEdgeStyle;rounded=0;orthogonalLoop=1;jettySize=auto;html=1;" target="In8fDh9ZLN2M87an2Miy-80" value="">
          <mxGeometry relative="1" as="geometry" />
        </mxCell>
        <mxCell id="In8fDh9ZLN2M87an2Miy-79" parent="1" style="whiteSpace=wrap;html=1;" value="loan_application&lt;br&gt;success" vertex="1">
          <mxGeometry height="60" width="120" x="5616.37" y="1730" as="geometry" />
        </mxCell>
        <mxCell id="In8fDh9ZLN2M87an2Miy-132" edge="1" parent="1" source="In8fDh9ZLN2M87an2Miy-80" style="edgeStyle=orthogonalEdgeStyle;rounded=0;orthogonalLoop=1;jettySize=auto;html=1;" target="In8fDh9ZLN2M87an2Miy-131" value="">
          <mxGeometry relative="1" as="geometry" />
        </mxCell>
        <mxCell id="In8fDh9ZLN2M87an2Miy-80" parent="1" style="whiteSpace=wrap;html=1;" value="release &lt;br&gt;loan_limit.held_amount" vertex="1">
          <mxGeometry height="60" width="215" x="5568.87" y="1830" as="geometry" />
        </mxCell>
        <mxCell id="In8fDh9ZLN2M87an2Miy-95" edge="1" parent="1" source="In8fDh9ZLN2M87an2Miy-82" style="edgeStyle=orthogonalEdgeStyle;rounded=0;orthogonalLoop=1;jettySize=auto;html=1;" target="In8fDh9ZLN2M87an2Miy-94" value="">
          <mxGeometry relative="1" as="geometry" />
        </mxCell>
        <mxCell id="In8fDh9ZLN2M87an2Miy-82" parent="1" style="whiteSpace=wrap;html=1;" value="loan_application&lt;br&gt;next_retry_at = now + 5min" vertex="1">
          <mxGeometry height="60" width="170" x="5283.87" y="1890" as="geometry" />
        </mxCell>
        <mxCell id="In8fDh9ZLN2M87an2Miy-88" parent="1" style="whiteSpace=wrap;html=1;" value="create loan" vertex="1">
          <mxGeometry height="60" width="215" x="5568.87" y="2063.75" as="geometry" />
        </mxCell>
        <mxCell id="In8fDh9ZLN2M87an2Miy-94" parent="1" style="whiteSpace=wrap;html=1;" value="retry_count &amp;gt; 3&lt;br&gt;status = unknown" vertex="1">
          <mxGeometry height="60" width="120" x="5308.87" y="2010" as="geometry" />
        </mxCell>
        <mxCell id="In8fDh9ZLN2M87an2Miy-105" parent="1" style="rounded=0;whiteSpace=wrap;html=1;" value="Scheduler" vertex="1">
          <mxGeometry height="60" width="120" x="3220" y="1397.5" as="geometry" />
        </mxCell>
        <mxCell id="In8fDh9ZLN2M87an2Miy-127" edge="1" parent="1" source="In8fDh9ZLN2M87an2Miy-111" style="edgeStyle=orthogonalEdgeStyle;rounded=0;orthogonalLoop=1;jettySize=auto;html=1;" target="In8fDh9ZLN2M87an2Miy-126" value="">
          <mxGeometry relative="1" as="geometry" />
        </mxCell>
        <mxCell id="In8fDh9ZLN2M87an2Miy-135" edge="1" parent="1" source="In8fDh9ZLN2M87an2Miy-111" style="edgeStyle=orthogonalEdgeStyle;rounded=0;orthogonalLoop=1;jettySize=auto;html=1;entryX=0;entryY=0.5;entryDx=0;entryDy=0;" target="In8fDh9ZLN2M87an2Miy-222">
          <mxGeometry relative="1" as="geometry">
            <mxPoint x="4520" y="2280" as="targetPoint" />
          </mxGeometry>
        </mxCell>
        <mxCell id="In8fDh9ZLN2M87an2Miy-111" parent="1" style="rhombus;whiteSpace=wrap;html=1;" value="loan -&amp;gt; casa exists" vertex="1">
          <mxGeometry height="180" width="166.25" x="4219.5" y="2190" as="geometry" />
        </mxCell>
        <mxCell id="In8fDh9ZLN2M87an2Miy-113" parent="1" style="whiteSpace=wrap;html=1;" value="status = approved&lt;br&gt;processed_at = now&lt;br&gt;release held_amount&lt;br&gt;create loan" vertex="1">
          <mxGeometry height="72.5" width="130" x="5329.37" y="2243.75" as="geometry" />
        </mxCell>
        <mxCell id="In8fDh9ZLN2M87an2Miy-122" edge="1" parent="1" source="In8fDh9ZLN2M87an2Miy-118" style="edgeStyle=orthogonalEdgeStyle;rounded=0;orthogonalLoop=1;jettySize=auto;html=1;" target="In8fDh9ZLN2M87an2Miy-121" value="">
          <mxGeometry relative="1" as="geometry" />
        </mxCell>
        <mxCell id="In8fDh9ZLN2M87an2Miy-118" parent="1" style="whiteSpace=wrap;html=1;" value="row lock&lt;br&gt;loan_application" vertex="1">
          <mxGeometry height="60" width="120" x="4069.5" y="1402.5" as="geometry" />
        </mxCell>
        <mxCell id="In8fDh9ZLN2M87an2Miy-124" edge="1" parent="1" source="In8fDh9ZLN2M87an2Miy-121" style="edgeStyle=orthogonalEdgeStyle;rounded=0;orthogonalLoop=1;jettySize=auto;html=1;" target="In8fDh9ZLN2M87an2Miy-123" value="">
          <mxGeometry relative="1" as="geometry" />
        </mxCell>
        <mxCell id="In8fDh9ZLN2M87an2Miy-125" edge="1" parent="1" source="In8fDh9ZLN2M87an2Miy-121" style="edgeStyle=orthogonalEdgeStyle;rounded=0;orthogonalLoop=1;jettySize=auto;html=1;entryX=0.5;entryY=0;entryDx=0;entryDy=0;" target="In8fDh9ZLN2M87an2Miy-69">
          <mxGeometry relative="1" as="geometry" />
        </mxCell>
        <mxCell id="In8fDh9ZLN2M87an2Miy-121" parent="1" style="rhombus;whiteSpace=wrap;html=1;" value="processed_at &lt;br&gt;is not null" vertex="1">
          <mxGeometry height="115" width="110" x="4249.5" y="1375" as="geometry" />
        </mxCell>
        <mxCell id="In8fDh9ZLN2M87an2Miy-123" parent="1" style="whiteSpace=wrap;html=1;" value="skip processing" vertex="1">
          <mxGeometry height="60" width="120" x="4434.5" y="1402.5" as="geometry" />
        </mxCell>
        <mxCell id="In8fDh9ZLN2M87an2Miy-216" edge="1" parent="1" source="In8fDh9ZLN2M87an2Miy-126" style="edgeStyle=orthogonalEdgeStyle;rounded=0;orthogonalLoop=1;jettySize=auto;html=1;entryX=0.5;entryY=0;entryDx=0;entryDy=0;" target="In8fDh9ZLN2M87an2Miy-214">
          <mxGeometry relative="1" as="geometry" />
        </mxCell>
        <mxCell id="In8fDh9ZLN2M87an2Miy-126" parent="1" style="whiteSpace=wrap;html=1;" value="polaris&lt;br&gt;/loan/&lt;span style=&quot;white-space: pre-wrap; color: rgb(33, 33, 33); font-family: Inter, system-ui, -apple-system, &amp;quot;system-ui&amp;quot;, &amp;quot;Segoe UI&amp;quot;, Roboto, Oxygen, Ubuntu, Cantarell, &amp;quot;Fira Sans&amp;quot;, &amp;quot;Droid Sans&amp;quot;, Helvetica, Arial, sans-serif; text-align: left; background-color: rgb(255, 255, 255);&quot;&gt;grantLoanNonCash&lt;/span&gt;" vertex="1">
          <mxGeometry height="60" width="157.38" x="4223.93" y="2440" as="geometry" />
        </mxCell>
        <mxCell id="In8fDh9ZLN2M87an2Miy-130" parent="1" style="rounded=0;whiteSpace=wrap;html=1;fontSize=21;" value="WHERE TO TRIGGER CGW???" vertex="1">
          <mxGeometry height="290" width="450.63" x="5420" y="2815" as="geometry" />
        </mxCell>
        <mxCell id="In8fDh9ZLN2M87an2Miy-133" edge="1" parent="1" source="In8fDh9ZLN2M87an2Miy-131" style="edgeStyle=orthogonalEdgeStyle;rounded=0;orthogonalLoop=1;jettySize=auto;html=1;" target="In8fDh9ZLN2M87an2Miy-88" value="">
          <mxGeometry relative="1" as="geometry" />
        </mxCell>
        <mxCell id="In8fDh9ZLN2M87an2Miy-131" parent="1" style="whiteSpace=wrap;html=1;" value="processed_at = now" vertex="1">
          <mxGeometry height="60" width="120" x="5616.37" y="1942.5" as="geometry" />
        </mxCell>
        <mxCell id="In8fDh9ZLN2M87an2Miy-141" edge="1" parent="1" source="In8fDh9ZLN2M87an2Miy-134" style="edgeStyle=orthogonalEdgeStyle;rounded=0;orthogonalLoop=1;jettySize=auto;html=1;entryX=0;entryY=0.5;entryDx=0;entryDy=0;" target="In8fDh9ZLN2M87an2Miy-139">
          <mxGeometry relative="1" as="geometry" />
        </mxCell>
        <mxCell id="In8fDh9ZLN2M87an2Miy-145" edge="1" parent="1" source="In8fDh9ZLN2M87an2Miy-134" style="edgeStyle=orthogonalEdgeStyle;rounded=0;orthogonalLoop=1;jettySize=auto;html=1;" target="In8fDh9ZLN2M87an2Miy-144" value="">
          <mxGeometry relative="1" as="geometry" />
        </mxCell>
        <mxCell id="In8fDh9ZLN2M87an2Miy-134" parent="1" style="rhombus;whiteSpace=wrap;html=1;" value="casa -&amp;gt; domestic (CGW)&lt;br&gt;exists?" vertex="1">
          <mxGeometry height="180" width="190" x="4860" y="2190" as="geometry" />
        </mxCell>
        <mxCell id="In8fDh9ZLN2M87an2Miy-142" edge="1" parent="1" source="In8fDh9ZLN2M87an2Miy-139" style="edgeStyle=orthogonalEdgeStyle;rounded=0;orthogonalLoop=1;jettySize=auto;html=1;entryX=0;entryY=0.5;entryDx=0;entryDy=0;" target="In8fDh9ZLN2M87an2Miy-113">
          <mxGeometry relative="1" as="geometry" />
        </mxCell>
        <mxCell id="In8fDh9ZLN2M87an2Miy-227" edge="1" parent="1" source="In8fDh9ZLN2M87an2Miy-139" style="edgeStyle=orthogonalEdgeStyle;rounded=0;orthogonalLoop=1;jettySize=auto;html=1;entryX=1;entryY=0.5;entryDx=0;entryDy=0;" target="In8fDh9ZLN2M87an2Miy-225">
          <mxGeometry relative="1" as="geometry">
            <Array as="points">
              <mxPoint x="5196" y="2460" />
            </Array>
          </mxGeometry>
        </mxCell>
        <mxCell id="In8fDh9ZLN2M87an2Miy-139" parent="1" style="rhombus;whiteSpace=wrap;html=1;" value="casa -&amp;gt; domestic (CGW)&lt;br&gt;amount match" vertex="1">
          <mxGeometry height="180" width="172.5" x="5110" y="2190" as="geometry" />
        </mxCell>
        <mxCell id="In8fDh9ZLN2M87an2Miy-147" edge="1" parent="1" source="In8fDh9ZLN2M87an2Miy-144" style="edgeStyle=orthogonalEdgeStyle;rounded=0;orthogonalLoop=1;jettySize=auto;html=1;" target="In8fDh9ZLN2M87an2Miy-146" value="">
          <mxGeometry relative="1" as="geometry" />
        </mxCell>
        <mxCell id="In8fDh9ZLN2M87an2Miy-144" parent="1" style="whiteSpace=wrap;html=1;" value="Trigger CGW" vertex="1">
          <mxGeometry height="60" width="120" x="4895" y="2510" as="geometry" />
        </mxCell>
        <mxCell id="In8fDh9ZLN2M87an2Miy-148" edge="1" parent="1" source="In8fDh9ZLN2M87an2Miy-146" style="edgeStyle=orthogonalEdgeStyle;rounded=0;orthogonalLoop=1;jettySize=auto;html=1;entryX=0.5;entryY=1;entryDx=0;entryDy=0;" target="In8fDh9ZLN2M87an2Miy-113">
          <mxGeometry relative="1" as="geometry" />
        </mxCell>
        <mxCell id="In8fDh9ZLN2M87an2Miy-150" edge="1" parent="1" source="In8fDh9ZLN2M87an2Miy-146" style="edgeStyle=orthogonalEdgeStyle;rounded=0;orthogonalLoop=1;jettySize=auto;html=1;" target="In8fDh9ZLN2M87an2Miy-149" value="">
          <mxGeometry relative="1" as="geometry" />
        </mxCell>
        <mxCell id="In8fDh9ZLN2M87an2Miy-146" parent="1" style="rhombus;whiteSpace=wrap;html=1;" value="200" vertex="1">
          <mxGeometry height="80" width="80" x="5115" y="2500" as="geometry" />
        </mxCell>
        <mxCell id="In8fDh9ZLN2M87an2Miy-149" parent="1" style="whiteSpace=wrap;html=1;" value="next_retry_at = now + 5min" vertex="1">
          <mxGeometry height="60" width="155" x="5077.5" y="2650" as="geometry" />
        </mxCell>
        <mxCell id="In8fDh9ZLN2M87an2Miy-176" edge="1" parent="1" source="In8fDh9ZLN2M87an2Miy-152" style="edgeStyle=orthogonalEdgeStyle;rounded=0;orthogonalLoop=1;jettySize=auto;html=1;" target="In8fDh9ZLN2M87an2Miy-175" value="">
          <mxGeometry relative="1" as="geometry" />
        </mxCell>
        <mxCell id="In8fDh9ZLN2M87an2Miy-244" edge="1" parent="1" source="In8fDh9ZLN2M87an2Miy-152" style="edgeStyle=orthogonalEdgeStyle;rounded=0;orthogonalLoop=1;jettySize=auto;html=1;entryX=0;entryY=0.5;entryDx=0;entryDy=0;" target="In8fDh9ZLN2M87an2Miy-162">
          <mxGeometry relative="1" as="geometry" />
        </mxCell>
        <mxCell id="In8fDh9ZLN2M87an2Miy-152" parent="1" style="rhombus;whiteSpace=wrap;html=1;align=center;" value="&lt;div style=&quot;&quot;&gt;&lt;span style=&quot;background-color: transparent; color: light-dark(rgb(0, 0, 0), rgb(255, 255, 255));&quot;&gt;&lt;b&gt;request amount &amp;lt;=&amp;nbsp;&lt;br&gt;&lt;/b&gt;&lt;/span&gt;&lt;span style=&quot;font-weight: 700; background-color: transparent; color: light-dark(rgb(0, 0, 0), rgb(255, 255, 255));&quot;&gt;credit_line_accounts.available_amount&lt;/span&gt;&lt;/div&gt;" vertex="1">
          <mxGeometry height="285" width="270" x="990" y="992.5" as="geometry" />
        </mxCell>
        <mxCell id="P7TJZT1PVnBYbLh7lMs1-37" edge="1" parent="1" source="In8fDh9ZLN2M87an2Miy-161" style="edgeStyle=orthogonalEdgeStyle;rounded=0;orthogonalLoop=1;jettySize=auto;html=1;entryX=0;entryY=0.5;entryDx=0;entryDy=0;" target="In8fDh9ZLN2M87an2Miy-228">
          <mxGeometry relative="1" as="geometry" />
        </mxCell>
        <mxCell id="In8fDh9ZLN2M87an2Miy-161" parent="1" style="rounded=0;whiteSpace=wrap;html=1;" value="&lt;span style=&quot;font-weight: 700;&quot;&gt;credit_line_accounts&lt;br&gt;&lt;/span&gt;row lock" vertex="1">
          <mxGeometry height="60" width="145" x="280" y="1105" as="geometry" />
        </mxCell>
        <mxCell id="In8fDh9ZLN2M87an2Miy-165" edge="1" parent="1" source="In8fDh9ZLN2M87an2Miy-162" style="edgeStyle=orthogonalEdgeStyle;rounded=0;orthogonalLoop=1;jettySize=auto;html=1;" target="In8fDh9ZLN2M87an2Miy-12">
          <mxGeometry relative="1" as="geometry" />
        </mxCell>
-         <mxCell id="In8fDh9ZLN2M87an2Miy-162" parent="1" style="rounded=0;whiteSpace=wrap;html=1;" value="&lt;span style=&quot;font-weight: 700; text-align: left;&quot;&gt;ROWLOCK -&amp;gt;&lt;br&gt;credit_line_accounts.reserved_amount += amount&lt;/span&gt;" vertex="1">
+         <mxCell id="In8fDh9ZLN2M87an2Miy-162" parent="1" style="rounded=0;whiteSpace=wrap;html=1;" value="&lt;span style=&quot;font-weight: 700; text-align: left;&quot;&gt;ROWLOCK -&amp;gt;&lt;br&gt;credit_line_accounts.reserved_amount &lt;br&gt;+= amount&lt;/span&gt;" vertex="1">
          <mxGeometry height="60" width="250" x="1360" y="1105" as="geometry" />
        </mxCell>
        <mxCell id="In8fDh9ZLN2M87an2Miy-174" parent="1" style="text;html=1;whiteSpace=wrap;strokeColor=none;fillColor=none;align=center;verticalAlign=middle;rounded=0;" value="&lt;div style=&quot;background-color:#ffffff;color:#080808&quot;&gt;&lt;pre style=&quot;font-family:&#39;JetBrains Mono&#39;,monospace;font-size:9.8pt;&quot;&gt;&lt;span style=&quot;color:#9e880d;&quot;&gt;@Transactional&lt;/span&gt;(propagation = &lt;span style=&quot;color:#000000;&quot;&gt;Propagation&lt;/span&gt;.&lt;span style=&quot;color:#871094;font-style:italic;&quot;&gt;REQUIRES_NEW&lt;/span&gt;)&lt;/pre&gt;&lt;/div&gt;" vertex="1">
          <mxGeometry height="30" width="240" x="1005" y="900" as="geometry" />
        </mxCell>
        <mxCell id="In8fDh9ZLN2M87an2Miy-175" parent="1" style="whiteSpace=wrap;html=1;" value="Rollback, return error" vertex="1">
          <mxGeometry height="60" width="132.5" x="1058.75" y="1352.5" as="geometry" />
        </mxCell>
        <mxCell id="In8fDh9ZLN2M87an2Miy-185" parent="1" style="whiteSpace=wrap;html=1;fontStyle=0;startSize=30;horizontal=1;" value="return success to client&lt;br&gt;(&quot;Request succeeded, will be processed within 5-10 mins&quot;?)" vertex="1">
          <mxGeometry height="162.5" width="210" x="2050" y="1053.75" as="geometry" />
        </mxCell>
        <mxCell id="In8fDh9ZLN2M87an2Miy-189" parent="1" style="text;html=1;whiteSpace=wrap;strokeColor=none;fillColor=none;align=center;verticalAlign=middle;rounded=0;fontSize=26;" value="&lt;div style=&quot;background-color:#ffffff;color:#080808&quot;&gt;&lt;pre style=&quot;font-family: &amp;quot;JetBrains Mono&amp;quot;, monospace;&quot;&gt;&lt;span style=&quot;color:#9e880d;&quot;&gt;@Transactional&lt;/span&gt;(propagation = &lt;span style=&quot;color:#000000;&quot;&gt;Propagation&lt;/span&gt;.&lt;span style=&quot;color:#871094;font-style:italic;&quot;&gt;REQUIRES_NEW&lt;/span&gt;)&lt;/pre&gt;&lt;/div&gt;" vertex="1">
          <mxGeometry height="30" width="240" x="4918.87" y="1265" as="geometry" />
        </mxCell>
        <mxCell id="In8fDh9ZLN2M87an2Miy-198" parent="1" style="text;html=1;whiteSpace=wrap;strokeColor=none;fillColor=none;align=center;verticalAlign=middle;rounded=0;fontSize=32;" value="BNPL request flow" vertex="1">
          <mxGeometry height="30" width="470" x="-80" y="2930" as="geometry" />
        </mxCell>
        <mxCell id="In8fDh9ZLN2M87an2Miy-199" edge="1" parent="1" source="In8fDh9ZLN2M87an2Miy-200" style="edgeStyle=orthogonalEdgeStyle;rounded=0;orthogonalLoop=1;jettySize=auto;html=1;" target="In8fDh9ZLN2M87an2Miy-202" value="">
          <mxGeometry relative="1" as="geometry" />
        </mxCell>
        <mxCell id="In8fDh9ZLN2M87an2Miy-200" parent="1" style="shape=umlActor;verticalLabelPosition=bottom;verticalAlign=top;html=1;outlineConnect=0;" value="Actor" vertex="1">
          <mxGeometry height="60" width="30" x="20" y="3135" as="geometry" />
        </mxCell>
        <mxCell id="In8fDh9ZLN2M87an2Miy-201" edge="1" parent="1" source="In8fDh9ZLN2M87an2Miy-202" style="edgeStyle=orthogonalEdgeStyle;rounded=0;orthogonalLoop=1;jettySize=auto;html=1;entryX=0.011;entryY=0.06;entryDx=0;entryDy=0;entryPerimeter=0;" target="In8fDh9ZLN2M87an2Miy-209" value="">
          <mxGeometry relative="1" as="geometry">
            <mxPoint x="440" y="3165" as="targetPoint" />
          </mxGeometry>
        </mxCell>
        <mxCell id="In8fDh9ZLN2M87an2Miy-202" parent="1" style="whiteSpace=wrap;html=1;verticalAlign=top;" value="&lt;div&gt;&lt;br&gt;&lt;/div&gt;&lt;div&gt;One tap loan&lt;/div&gt;" vertex="1">
          <mxGeometry height="60" width="120" x="230" y="3135" as="geometry" />
        </mxCell>
        <mxCell id="In8fDh9ZLN2M87an2Miy-203" edge="1" parent="1" source="In8fDh9ZLN2M87an2Miy-205" style="edgeStyle=orthogonalEdgeStyle;rounded=0;orthogonalLoop=1;jettySize=auto;html=1;" target="In8fDh9ZLN2M87an2Miy-206" value="">
          <mxGeometry relative="1" as="geometry" />
        </mxCell>
        <mxCell id="In8fDh9ZLN2M87an2Miy-204" connectable="0" parent="In8fDh9ZLN2M87an2Miy-203" style="edgeLabel;html=1;align=center;verticalAlign=middle;resizable=0;points=[];" value="0" vertex="1">
          <mxGeometry relative="1" x="-0.2091" y="-1" as="geometry">
            <mxPoint as="offset" />
          </mxGeometry>
        </mxCell>
        <mxCell id="In8fDh9ZLN2M87an2Miy-213" edge="1" parent="1" source="In8fDh9ZLN2M87an2Miy-205" style="edgeStyle=orthogonalEdgeStyle;rounded=0;orthogonalLoop=1;jettySize=auto;html=1;" target="In8fDh9ZLN2M87an2Miy-212" value="">
          <mxGeometry relative="1" as="geometry" />
        </mxCell>
        <mxCell id="In8fDh9ZLN2M87an2Miy-205" parent="1" style="rhombus;whiteSpace=wrap;html=1;verticalAlign=top;" value="&lt;br&gt;&lt;br&gt;&lt;div&gt;&lt;br&gt;&lt;/div&gt;&lt;div&gt;Loan validation&lt;br&gt;success&lt;/div&gt;" vertex="1">
          <mxGeometry height="120" width="140" x="720" y="3105" as="geometry" />
        </mxCell>
        <mxCell id="In8fDh9ZLN2M87an2Miy-206" parent="1" style="whiteSpace=wrap;html=1;verticalAlign=middle;" value="Return err message" vertex="1">
          <mxGeometry height="60" width="120" x="730" y="3305" as="geometry" />
        </mxCell>
        <mxCell id="In8fDh9ZLN2M87an2Miy-207" edge="1" parent="1" source="In8fDh9ZLN2M87an2Miy-208" style="edgeStyle=orthogonalEdgeStyle;rounded=0;orthogonalLoop=1;jettySize=auto;html=1;entryX=0;entryY=0.5;entryDx=0;entryDy=0;" target="In8fDh9ZLN2M87an2Miy-205">
          <mxGeometry relative="1" as="geometry" />
        </mxCell>
        <mxCell id="In8fDh9ZLN2M87an2Miy-208" parent="1" style="swimlane;fontStyle=0;childLayout=stackLayout;horizontal=1;startSize=30;horizontalStack=0;resizeParent=1;resizeParentMax=0;resizeLast=0;collapsible=1;marginBottom=0;whiteSpace=wrap;html=1;" value="Validations" vertex="1">
          <mxGeometry height="120" width="140" x="460" y="3135" as="geometry" />
        </mxCell>
        <mxCell id="In8fDh9ZLN2M87an2Miy-209" parent="In8fDh9ZLN2M87an2Miy-208" style="text;strokeColor=none;fillColor=none;align=left;verticalAlign=middle;spacingLeft=4;spacingRight=4;overflow=hidden;points=[[0,0.5],[1,0.5]];portConstraint=eastwest;rotatable=0;whiteSpace=wrap;html=1;" value="user status" vertex="1">
          <mxGeometry height="30" width="140" y="30" as="geometry" />
        </mxCell>
        <mxCell id="In8fDh9ZLN2M87an2Miy-210" parent="In8fDh9ZLN2M87an2Miy-208" style="text;strokeColor=none;fillColor=none;align=left;verticalAlign=middle;spacingLeft=4;spacingRight=4;overflow=hidden;points=[[0,0.5],[1,0.5]];portConstraint=eastwest;rotatable=0;whiteSpace=wrap;html=1;" value="kyc status" vertex="1">
          <mxGeometry height="30" width="140" y="60" as="geometry" />
        </mxCell>
        <mxCell id="In8fDh9ZLN2M87an2Miy-211" parent="In8fDh9ZLN2M87an2Miy-208" style="text;strokeColor=none;fillColor=none;align=left;verticalAlign=middle;spacingLeft=4;spacingRight=4;overflow=hidden;points=[[0,0.5],[1,0.5]];portConstraint=eastwest;rotatable=0;whiteSpace=wrap;html=1;" value="loan limit status" vertex="1">
          <mxGeometry height="30" width="140" y="90" as="geometry" />
        </mxCell>
        <mxCell id="In8fDh9ZLN2M87an2Miy-212" parent="1" style="whiteSpace=wrap;html=1;verticalAlign=middle;" value="Same as one-tap ??" vertex="1">
          <mxGeometry height="60" width="120" x="950" y="3135" as="geometry" />
        </mxCell>
        <mxCell id="In8fDh9ZLN2M87an2Miy-218" edge="1" parent="1" source="In8fDh9ZLN2M87an2Miy-214" style="edgeStyle=orthogonalEdgeStyle;rounded=0;orthogonalLoop=1;jettySize=auto;html=1;entryX=0;entryY=0.5;entryDx=0;entryDy=0;" target="In8fDh9ZLN2M87an2Miy-134">
          <mxGeometry relative="1" as="geometry">
            <Array as="points">
              <mxPoint x="4860" y="2630" />
            </Array>
          </mxGeometry>
        </mxCell>
        <mxCell id="In8fDh9ZLN2M87an2Miy-221" edge="1" parent="1" source="In8fDh9ZLN2M87an2Miy-214" style="edgeStyle=orthogonalEdgeStyle;rounded=0;orthogonalLoop=1;jettySize=auto;html=1;entryX=0;entryY=0.5;entryDx=0;entryDy=0;" target="In8fDh9ZLN2M87an2Miy-149">
          <mxGeometry relative="1" as="geometry">
            <Array as="points">
              <mxPoint x="4303" y="2680" />
            </Array>
          </mxGeometry>
        </mxCell>
        <mxCell id="In8fDh9ZLN2M87an2Miy-214" parent="1" style="rhombus;whiteSpace=wrap;html=1;" value="200" vertex="1">
          <mxGeometry height="80" width="80" x="4262.62" y="2590" as="geometry" />
        </mxCell>
        <mxCell id="In8fDh9ZLN2M87an2Miy-223" edge="1" parent="1" source="In8fDh9ZLN2M87an2Miy-222" style="edgeStyle=orthogonalEdgeStyle;rounded=0;orthogonalLoop=1;jettySize=auto;html=1;" target="In8fDh9ZLN2M87an2Miy-134">
          <mxGeometry relative="1" as="geometry" />
        </mxCell>
        <mxCell id="In8fDh9ZLN2M87an2Miy-226" edge="1" parent="1" source="In8fDh9ZLN2M87an2Miy-222" style="edgeStyle=orthogonalEdgeStyle;rounded=0;orthogonalLoop=1;jettySize=auto;html=1;" target="In8fDh9ZLN2M87an2Miy-225" value="">
          <mxGeometry relative="1" as="geometry" />
        </mxCell>
        <mxCell id="In8fDh9ZLN2M87an2Miy-222" parent="1" style="rhombus;whiteSpace=wrap;html=1;" value="loan -&amp;gt; casa &lt;br&gt;amount match" vertex="1">
          <mxGeometry height="156.25" width="155" x="4561.37" y="2201.88" as="geometry" />
        </mxCell>
        <mxCell id="In8fDh9ZLN2M87an2Miy-225" parent="1" style="whiteSpace=wrap;html=1;" value="status = manual_review??" vertex="1">
          <mxGeometry height="60" width="120" x="4578.87" y="2429.995" as="geometry" />
        </mxCell>
        <mxCell id="P7TJZT1PVnBYbLh7lMs1-38" edge="1" parent="1" source="In8fDh9ZLN2M87an2Miy-228" style="edgeStyle=orthogonalEdgeStyle;rounded=0;orthogonalLoop=1;jettySize=auto;html=1;entryX=0.5;entryY=0;entryDx=0;entryDy=0;" target="In8fDh9ZLN2M87an2Miy-233">
          <mxGeometry relative="1" as="geometry" />
        </mxCell>
        <mxCell id="P7TJZT1PVnBYbLh7lMs1-39" edge="1" parent="1" source="In8fDh9ZLN2M87an2Miy-228" style="edgeStyle=orthogonalEdgeStyle;rounded=0;orthogonalLoop=1;jettySize=auto;html=1;" target="In8fDh9ZLN2M87an2Miy-152">
          <mxGeometry relative="1" as="geometry" />
        </mxCell>
        <mxCell id="In8fDh9ZLN2M87an2Miy-228" parent="1" style="rhombus;whiteSpace=wrap;html=1;" value="Polaris&lt;br&gt;/line/&lt;span style=&quot;color: rgb(33, 33, 33); font-family: Inter, system-ui, -apple-system, &amp;quot;system-ui&amp;quot;, &amp;quot;Segoe UI&amp;quot;, Roboto, Oxygen, Ubuntu, Cantarell, &amp;quot;Fira Sans&amp;quot;, &amp;quot;Droid Sans&amp;quot;, Helvetica, Arial, sans-serif; text-align: left; white-space: pre-wrap; background-color: rgb(255, 255, 255);&quot;&gt;getAccountDetail&lt;/span&gt;&lt;br&gt;200" vertex="1">
          <mxGeometry height="225" width="250" x="570" y="1022.5" as="geometry" />
        </mxCell>
        <mxCell id="In8fDh9ZLN2M87an2Miy-236" edge="1" parent="1" source="In8fDh9ZLN2M87an2Miy-233" style="edgeStyle=orthogonalEdgeStyle;rounded=0;orthogonalLoop=1;jettySize=auto;html=1;" target="In8fDh9ZLN2M87an2Miy-235" value="">
          <mxGeometry relative="1" as="geometry" />
        </mxCell>
        <mxCell id="In8fDh9ZLN2M87an2Miy-242" edge="1" parent="1" source="In8fDh9ZLN2M87an2Miy-233" style="edgeStyle=orthogonalEdgeStyle;rounded=0;orthogonalLoop=1;jettySize=auto;html=1;entryX=0;entryY=0.5;entryDx=0;entryDy=0;" target="In8fDh9ZLN2M87an2Miy-241" value="">
          <mxGeometry relative="1" as="geometry">
            <mxPoint x="765" y="1362.5" as="targetPoint" />
          </mxGeometry>
        </mxCell>
        <mxCell id="In8fDh9ZLN2M87an2Miy-233" parent="1" style="rhombus;whiteSpace=wrap;html=1;" value="501" vertex="1">
          <mxGeometry height="80" width="80" x="655" y="1322.5" as="geometry" />
        </mxCell>
        <mxCell id="In8fDh9ZLN2M87an2Miy-238" edge="1" parent="1" source="In8fDh9ZLN2M87an2Miy-235" style="edgeStyle=orthogonalEdgeStyle;rounded=0;orthogonalLoop=1;jettySize=auto;html=1;entryX=0;entryY=0.5;entryDx=0;entryDy=0;" target="In8fDh9ZLN2M87an2Miy-237" value="">
          <mxGeometry relative="1" as="geometry">
            <mxPoint x="835" y="1615" as="targetPoint" />
          </mxGeometry>
        </mxCell>
        <mxCell id="In8fDh9ZLN2M87an2Miy-240" edge="1" parent="1" source="In8fDh9ZLN2M87an2Miy-235" style="edgeStyle=orthogonalEdgeStyle;rounded=0;orthogonalLoop=1;jettySize=auto;html=1;" target="In8fDh9ZLN2M87an2Miy-239" value="">
          <mxGeometry relative="1" as="geometry" />
        </mxCell>
        <mxCell id="In8fDh9ZLN2M87an2Miy-235" parent="1" style="rhombus;whiteSpace=wrap;html=1;" value="timeout, http err" vertex="1">
          <mxGeometry height="125" width="120" x="635" y="1552.5" as="geometry" />
        </mxCell>
        <mxCell id="In8fDh9ZLN2M87an2Miy-237" parent="1" style="whiteSpace=wrap;html=1;" value="return err msg&lt;br&gt;try again" vertex="1">
          <mxGeometry height="60" width="120" x="855" y="1585" as="geometry" />
        </mxCell>
        <mxCell id="In8fDh9ZLN2M87an2Miy-239" parent="1" style="whiteSpace=wrap;html=1;" value="return err msg&lt;br&gt;try again?" vertex="1">
          <mxGeometry height="60" width="120" x="635" y="1740" as="geometry" />
        </mxCell>
        <mxCell id="In8fDh9ZLN2M87an2Miy-241" parent="1" style="whiteSpace=wrap;html=1;" value="return err msg" vertex="1">
          <mxGeometry height="60" width="120" x="845" y="1332.5" as="geometry" />
        </mxCell>
        <mxCell id="P7TJZT1PVnBYbLh7lMs1-3" parent="1" style="whiteSpace=wrap;html=1;rounded=0;" value="Polaris&lt;br&gt;/line/openAccount" vertex="1">
          <mxGeometry height="60" width="120" x="2420" y="210" as="geometry" />
        </mxCell>
        <mxCell id="P7TJZT1PVnBYbLh7lMs1-5" parent="1" style="swimlane;fontStyle=0;childLayout=stackLayout;horizontal=1;startSize=30;horizontalStack=0;resizeParent=1;resizeParentMax=0;resizeLast=0;collapsible=1;marginBottom=0;whiteSpace=wrap;html=1;" value="expected calls in order:" vertex="1">
          <mxGeometry height="210" width="270" x="3160" y="1991.88" as="geometry" />
        </mxCell>
        <mxCell id="P7TJZT1PVnBYbLh7lMs1-6" parent="P7TJZT1PVnBYbLh7lMs1-5" style="text;strokeColor=none;fillColor=none;align=left;verticalAlign=middle;spacingLeft=4;spacingRight=4;overflow=hidden;points=[[0,0.5],[1,0.5]];portConstraint=eastwest;rotatable=0;whiteSpace=wrap;html=1;" value="&lt;span style=&quot;text-align: center;&quot;&gt;/loan/createAccount - no retry&lt;/span&gt;" vertex="1">
          <mxGeometry height="30" width="270" y="30" as="geometry" />
        </mxCell>
        <mxCell id="P7TJZT1PVnBYbLh7lMs1-7" parent="P7TJZT1PVnBYbLh7lMs1-5" style="text;strokeColor=none;fillColor=none;align=left;verticalAlign=middle;spacingLeft=4;spacingRight=4;overflow=hidden;points=[[0,0.5],[1,0.5]];portConstraint=eastwest;rotatable=0;whiteSpace=wrap;html=1;" value="&lt;span style=&quot;text-align: center;&quot;&gt;/loan/&lt;/span&gt;&lt;span style=&quot;background-color: rgb(252, 246, 219); color: rgb(0, 0, 0); font-family: &amp;quot;Anonymous Pro&amp;quot;, Menlo, Consolas, &amp;quot;Bitstream Vera Sans Mono&amp;quot;, &amp;quot;Courier New&amp;quot;, monospace; font-size: 0.9em;&quot;&gt;createNrsSchedule - retry&lt;/span&gt;" vertex="1">
          <mxGeometry height="30" width="270" y="60" as="geometry" />
        </mxCell>
        <mxCell id="P7TJZT1PVnBYbLh7lMs1-8" parent="P7TJZT1PVnBYbLh7lMs1-5" style="text;strokeColor=none;fillColor=none;align=left;verticalAlign=middle;spacingLeft=4;spacingRight=4;overflow=hidden;points=[[0,0.5],[1,0.5]];portConstraint=eastwest;rotatable=0;whiteSpace=wrap;html=1;" value="&lt;span style=&quot;text-align: center;&quot;&gt;/loan/openAccount - retry&lt;/span&gt;" vertex="1">
          <mxGeometry height="30" width="270" y="90" as="geometry" />
        </mxCell>
        <mxCell id="P7TJZT1PVnBYbLh7lMs1-9" parent="P7TJZT1PVnBYbLh7lMs1-5" style="text;strokeColor=none;fillColor=none;align=left;verticalAlign=middle;spacingLeft=4;spacingRight=4;overflow=hidden;points=[[0,0.5],[1,0.5]];portConstraint=eastwest;rotatable=0;whiteSpace=wrap;html=1;" value="&lt;span style=&quot;font-family: &amp;quot;Anonymous Pro&amp;quot;, Menlo, Consolas, &amp;quot;Bitstream Vera Sans Mono&amp;quot;, &amp;quot;Courier New&amp;quot;, monospace; font-size: 10.8px; white-space: pre-wrap;&quot;&gt;&lt;font style=&quot;color: light-dark(rgb(237, 237, 237), rgb(255, 255, 255));&quot;&gt;/line/linkLineAccountToLoan - retry?&lt;/font&gt;&lt;/span&gt;" vertex="1">
          <mxGeometry height="30" width="270" y="120" as="geometry" />
        </mxCell>
        <mxCell id="P7TJZT1PVnBYbLh7lMs1-10" parent="P7TJZT1PVnBYbLh7lMs1-5" style="text;strokeColor=none;fillColor=none;align=left;verticalAlign=middle;spacingLeft=4;spacingRight=4;overflow=hidden;points=[[0,0.5],[1,0.5]];portConstraint=eastwest;rotatable=0;whiteSpace=wrap;html=1;" value="&lt;span style=&quot;text-align: center;&quot;&gt;/loan/&lt;/span&gt;&lt;span style=&quot;white-space: pre-wrap; color: rgb(33, 33, 33); font-family: Inter, system-ui, -apple-system, &amp;quot;system-ui&amp;quot;, &amp;quot;Segoe UI&amp;quot;, Roboto, Oxygen, Ubuntu, Cantarell, &amp;quot;Fira Sans&amp;quot;, &amp;quot;Droid Sans&amp;quot;, Helvetica, Arial, sans-serif; background-color: rgb(255, 255, 255);&quot;&gt;grantLoanNonCash - retry&lt;/span&gt;" vertex="1">
          <mxGeometry height="30" width="270" y="150" as="geometry" />
        </mxCell>
        <mxCell id="P7TJZT1PVnBYbLh7lMs1-11" parent="P7TJZT1PVnBYbLh7lMs1-5" style="text;strokeColor=none;fillColor=none;align=left;verticalAlign=middle;spacingLeft=4;spacingRight=4;overflow=hidden;points=[[0,0.5],[1,0.5]];portConstraint=eastwest;rotatable=0;whiteSpace=wrap;html=1;" value="&lt;font face=&quot;Inter, system-ui, -apple-system, system-ui, Segoe UI, Roboto, Oxygen, Ubuntu, Cantarell, Fira Sans, Droid Sans, Helvetica, Arial, sans-serif&quot; style=&quot;color: light-dark(rgb(188, 188, 188), rgb(255, 255, 255));&quot;&gt;&lt;span style=&quot;white-space-collapse: preserve;&quot;&gt;CGW Trigger ??&lt;/span&gt;&lt;/font&gt;" vertex="1">
          <mxGeometry height="30" width="270" y="180" as="geometry" />
        </mxCell>
        <mxCell id="P7TJZT1PVnBYbLh7lMs1-17" edge="1" parent="1" source="P7TJZT1PVnBYbLh7lMs1-15" style="edgeStyle=orthogonalEdgeStyle;rounded=0;orthogonalLoop=1;jettySize=auto;html=1;" target="P7TJZT1PVnBYbLh7lMs1-16" value="">
          <mxGeometry relative="1" as="geometry" />
        </mxCell>
        <mxCell id="P7TJZT1PVnBYbLh7lMs1-15" parent="1" style="rounded=0;whiteSpace=wrap;html=1;" value="/loan/&lt;span style=&quot;background-color: rgb(252, 246, 219); color: rgb(0, 0, 0); font-family: &amp;quot;Anonymous Pro&amp;quot;, Menlo, Consolas, &amp;quot;Bitstream Vera Sans Mono&amp;quot;, &amp;quot;Courier New&amp;quot;, monospace; font-size: 0.9em; text-align: start;&quot;&gt;getCustomerLoanAccountList&lt;/span&gt;" vertex="1">
          <mxGeometry height="60" width="270" x="2890" y="2243.75" as="geometry" />
        </mxCell>
        <mxCell id="P7TJZT1PVnBYbLh7lMs1-23" edge="1" parent="1" source="P7TJZT1PVnBYbLh7lMs1-16" style="edgeStyle=orthogonalEdgeStyle;rounded=0;orthogonalLoop=1;jettySize=auto;html=1;" target="P7TJZT1PVnBYbLh7lMs1-22" value="">
          <mxGeometry relative="1" as="geometry" />
        </mxCell>
        <mxCell id="P7TJZT1PVnBYbLh7lMs1-33" edge="1" parent="1" source="P7TJZT1PVnBYbLh7lMs1-16" style="edgeStyle=orthogonalEdgeStyle;rounded=0;orthogonalLoop=1;jettySize=auto;html=1;" target="P7TJZT1PVnBYbLh7lMs1-32" value="">
          <mxGeometry relative="1" as="geometry" />
        </mxCell>
        <mxCell id="P7TJZT1PVnBYbLh7lMs1-16" parent="1" style="rhombus;whiteSpace=wrap;html=1;rounded=0;" value="product match&lt;br&gt;amount match&lt;br&gt;status = new" vertex="1">
          <mxGeometry height="190" width="190" x="2930" y="2371.87" as="geometry" />
        </mxCell>
        <mxCell id="P7TJZT1PVnBYbLh7lMs1-25" edge="1" parent="1" source="P7TJZT1PVnBYbLh7lMs1-22" style="edgeStyle=orthogonalEdgeStyle;rounded=0;orthogonalLoop=1;jettySize=auto;html=1;" target="P7TJZT1PVnBYbLh7lMs1-24" value="">
          <mxGeometry relative="1" as="geometry" />
        </mxCell>
        <mxCell id="P7TJZT1PVnBYbLh7lMs1-22" parent="1" style="whiteSpace=wrap;html=1;rounded=0;" value="/loan/&lt;span style=&quot;background-color: rgb(252, 246, 219); color: rgb(0, 0, 0); font-family: &amp;quot;Anonymous Pro&amp;quot;, Menlo, Consolas, &amp;quot;Bitstream Vera Sans Mono&amp;quot;, &amp;quot;Courier New&amp;quot;, monospace; font-size: 0.9em; text-align: start;&quot;&gt;getNrsSchedule&lt;/span&gt;" vertex="1">
          <mxGeometry height="60" width="215" x="3200" y="2436.87" as="geometry" />
        </mxCell>
        <mxCell id="P7TJZT1PVnBYbLh7lMs1-29" edge="1" parent="1" source="P7TJZT1PVnBYbLh7lMs1-24" style="edgeStyle=orthogonalEdgeStyle;rounded=0;orthogonalLoop=1;jettySize=auto;html=1;" target="P7TJZT1PVnBYbLh7lMs1-28" value="">
          <mxGeometry relative="1" as="geometry" />
        </mxCell>
        <mxCell id="P7TJZT1PVnBYbLh7lMs1-31" edge="1" parent="1" source="P7TJZT1PVnBYbLh7lMs1-24" style="edgeStyle=orthogonalEdgeStyle;rounded=0;orthogonalLoop=1;jettySize=auto;html=1;" target="P7TJZT1PVnBYbLh7lMs1-30" value="">
          <mxGeometry relative="1" as="geometry" />
        </mxCell>
        <mxCell id="P7TJZT1PVnBYbLh7lMs1-24" parent="1" style="rhombus;whiteSpace=wrap;html=1;rounded=0;" value="schedule match?" vertex="1">
          <mxGeometry height="115" width="110" x="3510" y="2409.37" as="geometry" />
        </mxCell>
        <mxCell id="P7TJZT1PVnBYbLh7lMs1-28" parent="1" style="whiteSpace=wrap;html=1;rounded=0;" value="/loan/openAccount&amp;nbsp;" vertex="1">
          <mxGeometry height="60" width="155" x="3695" y="2436.87" as="geometry" />
        </mxCell>
        <mxCell id="P7TJZT1PVnBYbLh7lMs1-30" parent="1" style="whiteSpace=wrap;html=1;rounded=0;" value="/loan/&lt;span style=&quot;background-color: rgb(252, 246, 219); color: rgb(0, 0, 0); font-family: &amp;quot;Anonymous Pro&amp;quot;, Menlo, Consolas, &amp;quot;Bitstream Vera Sans Mono&amp;quot;, &amp;quot;Courier New&amp;quot;, monospace; font-size: 0.9em; text-align: start;&quot;&gt;updateNrsSchedule&lt;/span&gt;" vertex="1">
          <mxGeometry height="60" width="195" x="3467.5" y="2631.87" as="geometry" />
        </mxCell>
        <mxCell id="P7TJZT1PVnBYbLh7lMs1-32" parent="1" style="rhombus;whiteSpace=wrap;html=1;rounded=0;" value="product match&lt;br&gt;amount match&lt;br&gt;status = active" vertex="1">
          <mxGeometry height="213.13" width="213.13" x="2918.43" y="2696.87" as="geometry" />
        </mxCell>
      </root>
    </mxGraphModel>
  </diagram>
</mxfile>
